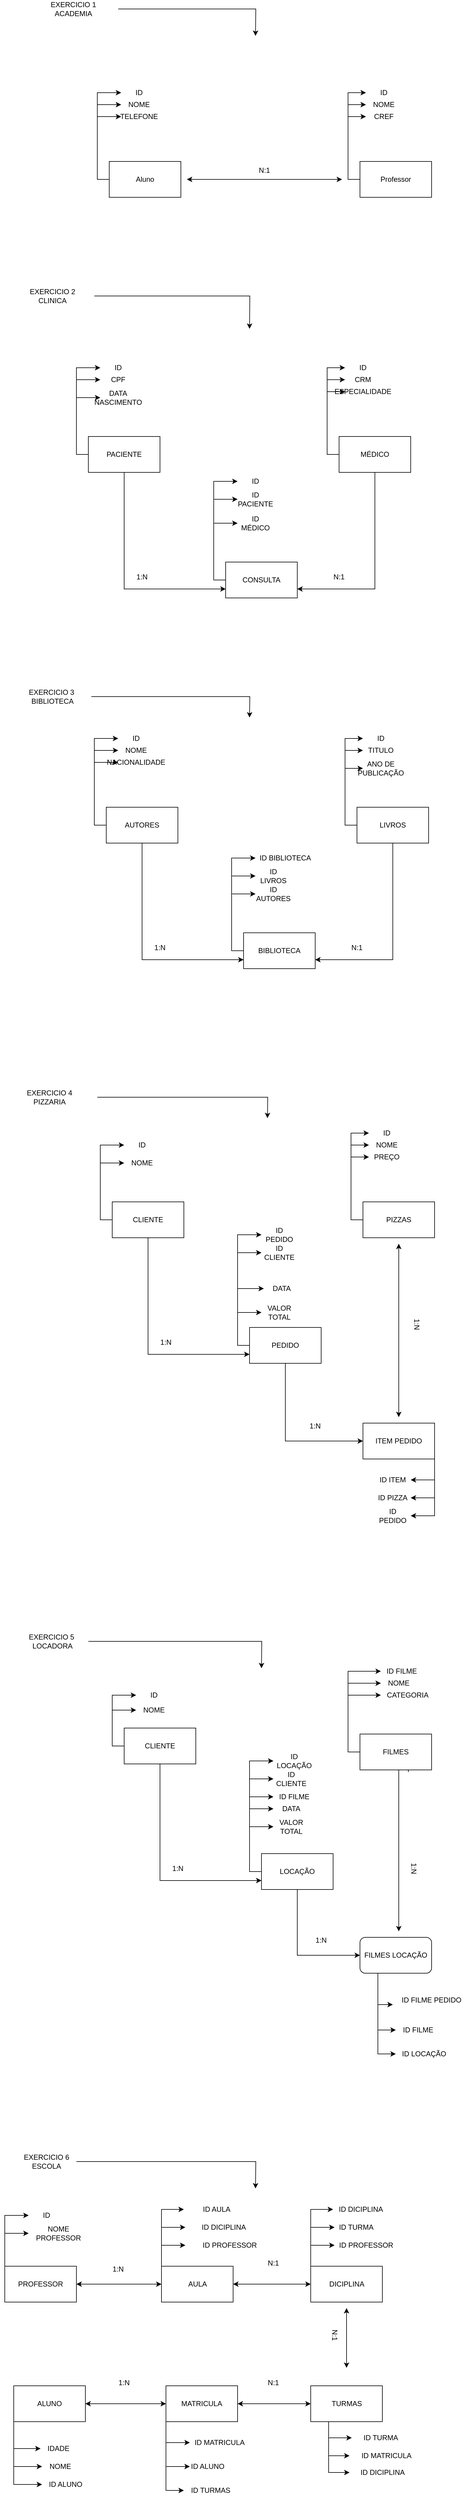
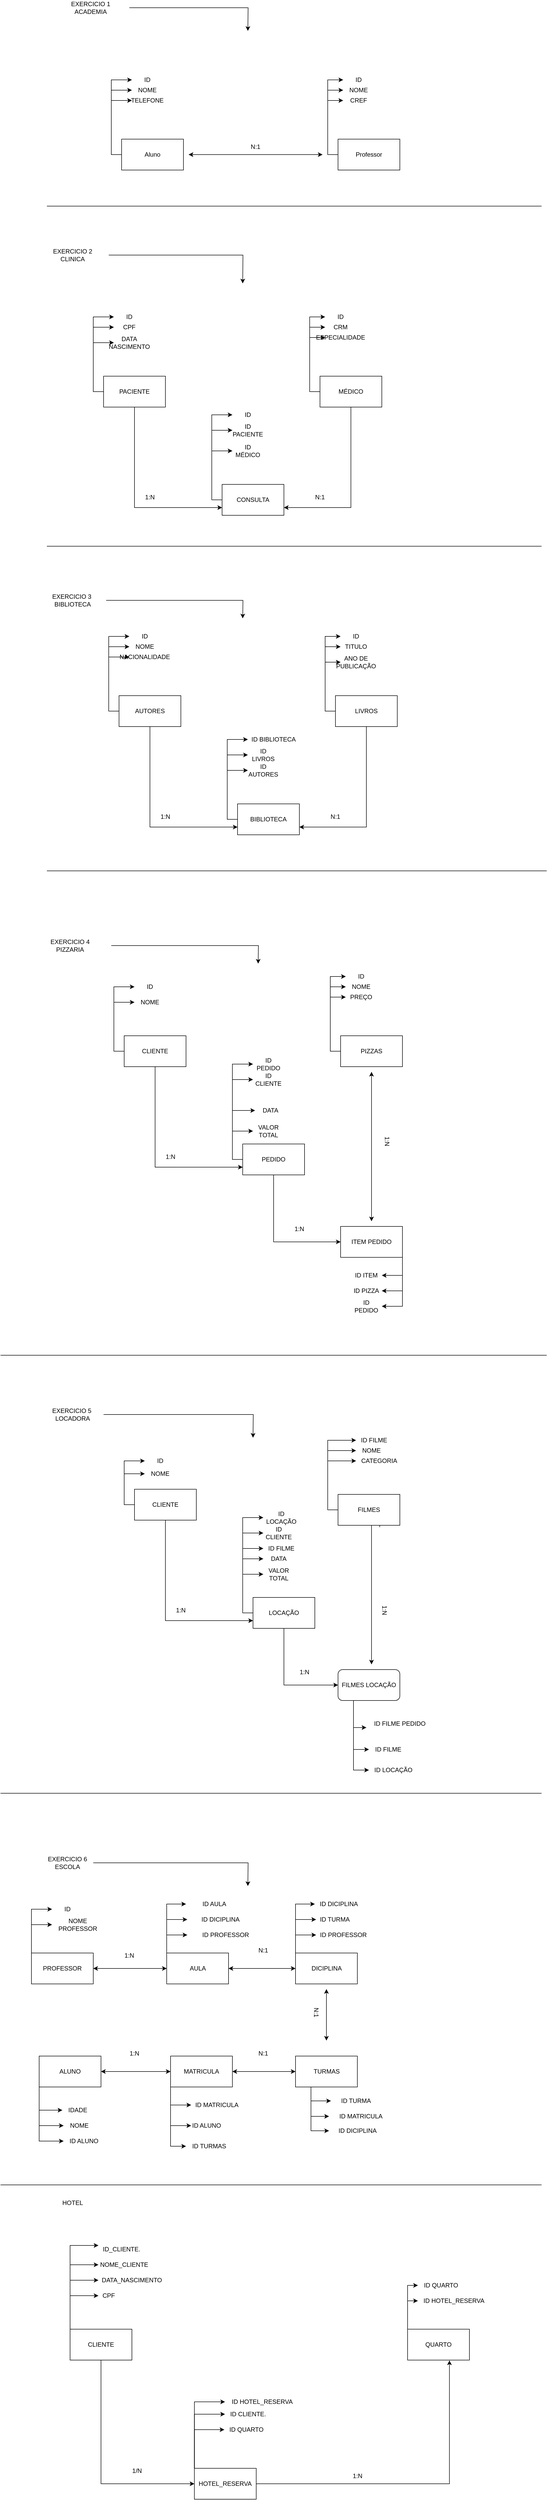
<mxfile host="app.diagrams.net">
  <diagram name="Página-1" id="V5FC2I0eHWL55Vkjvlgh">
    <mxGraphModel dx="1859" dy="556" grid="1" gridSize="10" guides="1" tooltips="1" connect="1" arrows="1" fold="1" page="1" pageScale="1" pageWidth="827" pageHeight="1169" math="0" shadow="0">
      <root>
        <mxCell id="0" />
        <mxCell id="1" parent="0" />
        <mxCell id="sRmJKaKxwRKZ5SvaIRlg-14" edge="1" parent="1" source="sRmJKaKxwRKZ5SvaIRlg-1" style="edgeStyle=orthogonalEdgeStyle;rounded=0;orthogonalLoop=1;jettySize=auto;html=1;entryX=0;entryY=0.5;entryDx=0;entryDy=0;exitX=0;exitY=0.5;exitDx=0;exitDy=0;" target="sRmJKaKxwRKZ5SvaIRlg-11">
          <mxGeometry relative="1" as="geometry" />
        </mxCell>
        <mxCell id="sRmJKaKxwRKZ5SvaIRlg-15" edge="1" parent="1" source="sRmJKaKxwRKZ5SvaIRlg-1" style="edgeStyle=orthogonalEdgeStyle;rounded=0;orthogonalLoop=1;jettySize=auto;html=1;entryX=0;entryY=0.5;entryDx=0;entryDy=0;exitX=0;exitY=0.5;exitDx=0;exitDy=0;" target="sRmJKaKxwRKZ5SvaIRlg-12">
          <mxGeometry relative="1" as="geometry" />
        </mxCell>
        <mxCell id="sRmJKaKxwRKZ5SvaIRlg-16" edge="1" parent="1" source="sRmJKaKxwRKZ5SvaIRlg-1" style="edgeStyle=orthogonalEdgeStyle;rounded=0;orthogonalLoop=1;jettySize=auto;html=1;entryX=0;entryY=0.5;entryDx=0;entryDy=0;exitX=0;exitY=0.5;exitDx=0;exitDy=0;" target="sRmJKaKxwRKZ5SvaIRlg-13">
          <mxGeometry relative="1" as="geometry" />
        </mxCell>
        <mxCell id="sRmJKaKxwRKZ5SvaIRlg-1" parent="1" style="rounded=0;whiteSpace=wrap;html=1;" value="Aluno" vertex="1">
          <mxGeometry height="60" width="120" x="175" y="300" as="geometry" />
        </mxCell>
        <mxCell id="sRmJKaKxwRKZ5SvaIRlg-8" edge="1" parent="1" source="sRmJKaKxwRKZ5SvaIRlg-2" style="edgeStyle=orthogonalEdgeStyle;rounded=0;orthogonalLoop=1;jettySize=auto;html=1;entryX=0;entryY=0.5;entryDx=0;entryDy=0;exitX=0;exitY=0.5;exitDx=0;exitDy=0;" target="sRmJKaKxwRKZ5SvaIRlg-4">
          <mxGeometry relative="1" as="geometry" />
        </mxCell>
        <mxCell id="sRmJKaKxwRKZ5SvaIRlg-9" edge="1" parent="1" source="sRmJKaKxwRKZ5SvaIRlg-2" style="edgeStyle=orthogonalEdgeStyle;rounded=0;orthogonalLoop=1;jettySize=auto;html=1;entryX=0;entryY=0.5;entryDx=0;entryDy=0;exitX=0;exitY=0.5;exitDx=0;exitDy=0;" target="sRmJKaKxwRKZ5SvaIRlg-5">
          <mxGeometry relative="1" as="geometry" />
        </mxCell>
        <mxCell id="sRmJKaKxwRKZ5SvaIRlg-10" edge="1" parent="1" source="sRmJKaKxwRKZ5SvaIRlg-2" style="edgeStyle=orthogonalEdgeStyle;rounded=0;orthogonalLoop=1;jettySize=auto;html=1;entryX=0;entryY=0.5;entryDx=0;entryDy=0;exitX=0;exitY=0.5;exitDx=0;exitDy=0;" target="sRmJKaKxwRKZ5SvaIRlg-6">
          <mxGeometry relative="1" as="geometry" />
        </mxCell>
        <mxCell id="sRmJKaKxwRKZ5SvaIRlg-2" parent="1" style="rounded=0;whiteSpace=wrap;html=1;" value="Professor" vertex="1">
          <mxGeometry height="60" width="120" x="595" y="300" as="geometry" />
        </mxCell>
        <mxCell id="sRmJKaKxwRKZ5SvaIRlg-4" parent="1" style="text;html=1;whiteSpace=wrap;strokeColor=none;fillColor=none;align=center;verticalAlign=middle;rounded=0;" value="ID" vertex="1">
          <mxGeometry height="30" width="60" x="605" y="170" as="geometry" />
        </mxCell>
        <mxCell id="sRmJKaKxwRKZ5SvaIRlg-5" parent="1" style="text;html=1;whiteSpace=wrap;strokeColor=none;fillColor=none;align=center;verticalAlign=middle;rounded=0;" value="NOME" vertex="1">
          <mxGeometry height="30" width="60" x="605" y="190" as="geometry" />
        </mxCell>
        <mxCell id="sRmJKaKxwRKZ5SvaIRlg-6" parent="1" style="text;html=1;whiteSpace=wrap;strokeColor=none;fillColor=none;align=center;verticalAlign=middle;rounded=0;" value="CREF" vertex="1">
          <mxGeometry height="30" width="60" x="605" y="210" as="geometry" />
        </mxCell>
        <mxCell id="sRmJKaKxwRKZ5SvaIRlg-11" parent="1" style="text;html=1;whiteSpace=wrap;strokeColor=none;fillColor=none;align=center;verticalAlign=middle;rounded=0;" value="ID" vertex="1">
          <mxGeometry height="30" width="60" x="195" y="170" as="geometry" />
        </mxCell>
        <mxCell id="sRmJKaKxwRKZ5SvaIRlg-12" parent="1" style="text;html=1;whiteSpace=wrap;strokeColor=none;fillColor=none;align=center;verticalAlign=middle;rounded=0;" value="NOME" vertex="1">
          <mxGeometry height="30" width="60" x="195" y="190" as="geometry" />
        </mxCell>
        <mxCell id="sRmJKaKxwRKZ5SvaIRlg-13" parent="1" style="text;html=1;whiteSpace=wrap;strokeColor=none;fillColor=none;align=center;verticalAlign=middle;rounded=0;" value="TELEFONE" vertex="1">
          <mxGeometry height="30" width="60" x="195" y="210" as="geometry" />
        </mxCell>
        <mxCell id="sRmJKaKxwRKZ5SvaIRlg-47" edge="1" parent="1" source="sRmJKaKxwRKZ5SvaIRlg-51" style="edgeStyle=orthogonalEdgeStyle;rounded=0;orthogonalLoop=1;jettySize=auto;html=1;entryX=0;entryY=0.5;entryDx=0;entryDy=0;exitX=0;exitY=0.5;exitDx=0;exitDy=0;" target="sRmJKaKxwRKZ5SvaIRlg-60">
          <mxGeometry relative="1" as="geometry" />
        </mxCell>
        <mxCell id="sRmJKaKxwRKZ5SvaIRlg-48" edge="1" parent="1" source="sRmJKaKxwRKZ5SvaIRlg-51" style="edgeStyle=orthogonalEdgeStyle;rounded=0;orthogonalLoop=1;jettySize=auto;html=1;entryX=0;entryY=0.5;entryDx=0;entryDy=0;exitX=0;exitY=0.5;exitDx=0;exitDy=0;" target="sRmJKaKxwRKZ5SvaIRlg-61">
          <mxGeometry relative="1" as="geometry" />
        </mxCell>
        <mxCell id="sRmJKaKxwRKZ5SvaIRlg-49" edge="1" parent="1" source="sRmJKaKxwRKZ5SvaIRlg-51" style="edgeStyle=orthogonalEdgeStyle;rounded=0;orthogonalLoop=1;jettySize=auto;html=1;entryX=0;entryY=0.5;entryDx=0;entryDy=0;exitX=0;exitY=0.5;exitDx=0;exitDy=0;" target="sRmJKaKxwRKZ5SvaIRlg-62">
          <mxGeometry relative="1" as="geometry" />
        </mxCell>
        <mxCell id="sRmJKaKxwRKZ5SvaIRlg-50" edge="1" parent="1" source="sRmJKaKxwRKZ5SvaIRlg-51" style="edgeStyle=orthogonalEdgeStyle;rounded=0;orthogonalLoop=1;jettySize=auto;html=1;entryX=0;entryY=0.75;entryDx=0;entryDy=0;exitX=0.5;exitY=1;exitDx=0;exitDy=0;" target="sRmJKaKxwRKZ5SvaIRlg-66">
          <mxGeometry relative="1" as="geometry" />
        </mxCell>
        <mxCell id="sRmJKaKxwRKZ5SvaIRlg-51" parent="1" style="rounded=0;whiteSpace=wrap;html=1;" value="PACIENTE" vertex="1">
          <mxGeometry height="60" width="120" x="140" y="760" as="geometry" />
        </mxCell>
        <mxCell id="sRmJKaKxwRKZ5SvaIRlg-52" edge="1" parent="1" source="sRmJKaKxwRKZ5SvaIRlg-56" style="edgeStyle=orthogonalEdgeStyle;rounded=0;orthogonalLoop=1;jettySize=auto;html=1;entryX=0;entryY=0.5;entryDx=0;entryDy=0;exitX=0;exitY=0.5;exitDx=0;exitDy=0;" target="sRmJKaKxwRKZ5SvaIRlg-57">
          <mxGeometry relative="1" as="geometry" />
        </mxCell>
        <mxCell id="sRmJKaKxwRKZ5SvaIRlg-53" edge="1" parent="1" source="sRmJKaKxwRKZ5SvaIRlg-56" style="edgeStyle=orthogonalEdgeStyle;rounded=0;orthogonalLoop=1;jettySize=auto;html=1;entryX=0;entryY=0.5;entryDx=0;entryDy=0;exitX=0;exitY=0.5;exitDx=0;exitDy=0;" target="sRmJKaKxwRKZ5SvaIRlg-58">
          <mxGeometry relative="1" as="geometry" />
        </mxCell>
        <mxCell id="sRmJKaKxwRKZ5SvaIRlg-54" edge="1" parent="1" source="sRmJKaKxwRKZ5SvaIRlg-56" style="edgeStyle=orthogonalEdgeStyle;rounded=0;orthogonalLoop=1;jettySize=auto;html=1;entryX=0;entryY=0.5;entryDx=0;entryDy=0;exitX=0;exitY=0.5;exitDx=0;exitDy=0;" target="sRmJKaKxwRKZ5SvaIRlg-59">
          <mxGeometry relative="1" as="geometry" />
        </mxCell>
        <mxCell id="sRmJKaKxwRKZ5SvaIRlg-55" edge="1" parent="1" source="sRmJKaKxwRKZ5SvaIRlg-56" style="edgeStyle=orthogonalEdgeStyle;rounded=0;orthogonalLoop=1;jettySize=auto;html=1;entryX=1;entryY=0.75;entryDx=0;entryDy=0;exitX=0.5;exitY=1;exitDx=0;exitDy=0;" target="sRmJKaKxwRKZ5SvaIRlg-66">
          <mxGeometry relative="1" as="geometry" />
        </mxCell>
        <mxCell id="sRmJKaKxwRKZ5SvaIRlg-56" parent="1" style="rounded=0;whiteSpace=wrap;html=1;" value="MÉDICO" vertex="1">
          <mxGeometry height="60" width="120" x="560" y="760" as="geometry" />
        </mxCell>
        <mxCell id="sRmJKaKxwRKZ5SvaIRlg-57" parent="1" style="text;html=1;whiteSpace=wrap;strokeColor=none;fillColor=none;align=center;verticalAlign=middle;rounded=0;" value="ID" vertex="1">
          <mxGeometry height="30" width="60" x="570" y="630" as="geometry" />
        </mxCell>
        <mxCell id="sRmJKaKxwRKZ5SvaIRlg-58" parent="1" style="text;html=1;whiteSpace=wrap;strokeColor=none;fillColor=none;align=center;verticalAlign=middle;rounded=0;" value="CRM" vertex="1">
          <mxGeometry height="30" width="60" x="570" y="650" as="geometry" />
        </mxCell>
        <mxCell id="sRmJKaKxwRKZ5SvaIRlg-59" parent="1" style="text;html=1;whiteSpace=wrap;strokeColor=none;fillColor=none;align=center;verticalAlign=middle;rounded=0;" value="ESPECIALIDADE" vertex="1">
          <mxGeometry height="30" width="60" x="570" y="670" as="geometry" />
        </mxCell>
        <mxCell id="sRmJKaKxwRKZ5SvaIRlg-60" parent="1" style="text;html=1;whiteSpace=wrap;strokeColor=none;fillColor=none;align=center;verticalAlign=middle;rounded=0;" value="ID" vertex="1">
          <mxGeometry height="30" width="60" x="160" y="630" as="geometry" />
        </mxCell>
        <mxCell id="sRmJKaKxwRKZ5SvaIRlg-61" parent="1" style="text;html=1;whiteSpace=wrap;strokeColor=none;fillColor=none;align=center;verticalAlign=middle;rounded=0;" value="CPF" vertex="1">
          <mxGeometry height="30" width="60" x="160" y="650" as="geometry" />
        </mxCell>
        <mxCell id="sRmJKaKxwRKZ5SvaIRlg-62" parent="1" style="text;html=1;whiteSpace=wrap;strokeColor=none;fillColor=none;align=center;verticalAlign=middle;rounded=0;" value="DATA NASCIMENTO" vertex="1">
          <mxGeometry height="30" width="60" x="160" y="680" as="geometry" />
        </mxCell>
        <mxCell id="sRmJKaKxwRKZ5SvaIRlg-63" edge="1" parent="1" source="sRmJKaKxwRKZ5SvaIRlg-66" style="edgeStyle=orthogonalEdgeStyle;rounded=0;orthogonalLoop=1;jettySize=auto;html=1;entryX=0;entryY=0.5;entryDx=0;entryDy=0;exitX=0;exitY=0.5;exitDx=0;exitDy=0;" target="sRmJKaKxwRKZ5SvaIRlg-67">
          <mxGeometry relative="1" as="geometry" />
        </mxCell>
        <mxCell id="sRmJKaKxwRKZ5SvaIRlg-64" edge="1" parent="1" source="sRmJKaKxwRKZ5SvaIRlg-66" style="edgeStyle=orthogonalEdgeStyle;rounded=0;orthogonalLoop=1;jettySize=auto;html=1;entryX=0;entryY=0.5;entryDx=0;entryDy=0;exitX=0;exitY=0.5;exitDx=0;exitDy=0;" target="sRmJKaKxwRKZ5SvaIRlg-68">
          <mxGeometry relative="1" as="geometry" />
        </mxCell>
        <mxCell id="sRmJKaKxwRKZ5SvaIRlg-65" edge="1" parent="1" source="sRmJKaKxwRKZ5SvaIRlg-66" style="edgeStyle=orthogonalEdgeStyle;rounded=0;orthogonalLoop=1;jettySize=auto;html=1;entryX=0;entryY=0.5;entryDx=0;entryDy=0;exitX=0;exitY=0.5;exitDx=0;exitDy=0;" target="sRmJKaKxwRKZ5SvaIRlg-69">
          <mxGeometry relative="1" as="geometry" />
        </mxCell>
        <mxCell id="sRmJKaKxwRKZ5SvaIRlg-66" parent="1" style="rounded=0;whiteSpace=wrap;html=1;" value="CONSULTA" vertex="1">
          <mxGeometry height="60" width="120" x="370" y="970" as="geometry" />
        </mxCell>
        <mxCell id="sRmJKaKxwRKZ5SvaIRlg-67" parent="1" style="text;html=1;whiteSpace=wrap;strokeColor=none;fillColor=none;align=center;verticalAlign=middle;rounded=0;" value="ID" vertex="1">
          <mxGeometry height="30" width="60" x="390" y="820" as="geometry" />
        </mxCell>
        <mxCell id="sRmJKaKxwRKZ5SvaIRlg-68" parent="1" style="text;html=1;whiteSpace=wrap;strokeColor=none;fillColor=none;align=center;verticalAlign=middle;rounded=0;" value="ID PACIENTE" vertex="1">
          <mxGeometry height="30" width="60" x="390" y="850" as="geometry" />
        </mxCell>
        <mxCell id="sRmJKaKxwRKZ5SvaIRlg-69" parent="1" style="text;html=1;whiteSpace=wrap;strokeColor=none;fillColor=none;align=center;verticalAlign=middle;rounded=0;" value="ID MÉDICO" vertex="1">
          <mxGeometry height="30" width="60" x="390" y="890" as="geometry" />
        </mxCell>
        <mxCell id="sRmJKaKxwRKZ5SvaIRlg-70" parent="1" style="text;html=1;whiteSpace=wrap;strokeColor=none;fillColor=none;align=center;verticalAlign=middle;rounded=0;" value="1:N" vertex="1">
          <mxGeometry height="30" width="60" x="200" y="980" as="geometry" />
        </mxCell>
        <mxCell id="sRmJKaKxwRKZ5SvaIRlg-71" parent="1" style="text;html=1;whiteSpace=wrap;strokeColor=none;fillColor=none;align=center;verticalAlign=middle;rounded=0;" value="N:1" vertex="1">
          <mxGeometry height="30" width="60" x="530" y="980" as="geometry" />
        </mxCell>
        <mxCell id="sRmJKaKxwRKZ5SvaIRlg-75" edge="1" parent="1" source="sRmJKaKxwRKZ5SvaIRlg-79" style="edgeStyle=orthogonalEdgeStyle;rounded=0;orthogonalLoop=1;jettySize=auto;html=1;entryX=0;entryY=0.5;entryDx=0;entryDy=0;exitX=0;exitY=0.5;exitDx=0;exitDy=0;" target="sRmJKaKxwRKZ5SvaIRlg-88">
          <mxGeometry relative="1" as="geometry" />
        </mxCell>
        <mxCell id="sRmJKaKxwRKZ5SvaIRlg-76" edge="1" parent="1" source="sRmJKaKxwRKZ5SvaIRlg-79" style="edgeStyle=orthogonalEdgeStyle;rounded=0;orthogonalLoop=1;jettySize=auto;html=1;entryX=0;entryY=0.5;entryDx=0;entryDy=0;exitX=0;exitY=0.5;exitDx=0;exitDy=0;" target="sRmJKaKxwRKZ5SvaIRlg-89">
          <mxGeometry relative="1" as="geometry" />
        </mxCell>
        <mxCell id="sRmJKaKxwRKZ5SvaIRlg-77" edge="1" parent="1" source="sRmJKaKxwRKZ5SvaIRlg-79" style="edgeStyle=orthogonalEdgeStyle;rounded=0;orthogonalLoop=1;jettySize=auto;html=1;entryX=0;entryY=0.5;entryDx=0;entryDy=0;exitX=0;exitY=0.5;exitDx=0;exitDy=0;" target="sRmJKaKxwRKZ5SvaIRlg-90">
          <mxGeometry relative="1" as="geometry" />
        </mxCell>
        <mxCell id="sRmJKaKxwRKZ5SvaIRlg-78" edge="1" parent="1" source="sRmJKaKxwRKZ5SvaIRlg-79" style="edgeStyle=orthogonalEdgeStyle;rounded=0;orthogonalLoop=1;jettySize=auto;html=1;entryX=0;entryY=0.75;entryDx=0;entryDy=0;exitX=0.5;exitY=1;exitDx=0;exitDy=0;" target="sRmJKaKxwRKZ5SvaIRlg-94">
          <mxGeometry relative="1" as="geometry" />
        </mxCell>
        <mxCell id="sRmJKaKxwRKZ5SvaIRlg-79" parent="1" style="rounded=0;whiteSpace=wrap;html=1;" value="AUTORES" vertex="1">
          <mxGeometry height="60" width="120" x="170" y="1380" as="geometry" />
        </mxCell>
        <mxCell id="sRmJKaKxwRKZ5SvaIRlg-80" edge="1" parent="1" source="sRmJKaKxwRKZ5SvaIRlg-84" style="edgeStyle=orthogonalEdgeStyle;rounded=0;orthogonalLoop=1;jettySize=auto;html=1;entryX=0;entryY=0.5;entryDx=0;entryDy=0;exitX=0;exitY=0.5;exitDx=0;exitDy=0;" target="sRmJKaKxwRKZ5SvaIRlg-85">
          <mxGeometry relative="1" as="geometry" />
        </mxCell>
        <mxCell id="sRmJKaKxwRKZ5SvaIRlg-81" edge="1" parent="1" source="sRmJKaKxwRKZ5SvaIRlg-84" style="edgeStyle=orthogonalEdgeStyle;rounded=0;orthogonalLoop=1;jettySize=auto;html=1;entryX=0;entryY=0.5;entryDx=0;entryDy=0;exitX=0;exitY=0.5;exitDx=0;exitDy=0;" target="sRmJKaKxwRKZ5SvaIRlg-86">
          <mxGeometry relative="1" as="geometry" />
        </mxCell>
        <mxCell id="sRmJKaKxwRKZ5SvaIRlg-82" edge="1" parent="1" source="sRmJKaKxwRKZ5SvaIRlg-84" style="edgeStyle=orthogonalEdgeStyle;rounded=0;orthogonalLoop=1;jettySize=auto;html=1;entryX=0;entryY=0.5;entryDx=0;entryDy=0;exitX=0;exitY=0.5;exitDx=0;exitDy=0;" target="sRmJKaKxwRKZ5SvaIRlg-87">
          <mxGeometry relative="1" as="geometry" />
        </mxCell>
        <mxCell id="sRmJKaKxwRKZ5SvaIRlg-83" edge="1" parent="1" source="sRmJKaKxwRKZ5SvaIRlg-84" style="edgeStyle=orthogonalEdgeStyle;rounded=0;orthogonalLoop=1;jettySize=auto;html=1;entryX=1;entryY=0.75;entryDx=0;entryDy=0;exitX=0.5;exitY=1;exitDx=0;exitDy=0;" target="sRmJKaKxwRKZ5SvaIRlg-94">
          <mxGeometry relative="1" as="geometry" />
        </mxCell>
        <mxCell id="sRmJKaKxwRKZ5SvaIRlg-84" parent="1" style="rounded=0;whiteSpace=wrap;html=1;" value="LIVROS" vertex="1">
          <mxGeometry height="60" width="120" x="590" y="1380" as="geometry" />
        </mxCell>
        <mxCell id="sRmJKaKxwRKZ5SvaIRlg-85" parent="1" style="text;html=1;whiteSpace=wrap;strokeColor=none;fillColor=none;align=center;verticalAlign=middle;rounded=0;" value="ID" vertex="1">
          <mxGeometry height="30" width="60" x="600" y="1250" as="geometry" />
        </mxCell>
        <mxCell id="sRmJKaKxwRKZ5SvaIRlg-86" parent="1" style="text;html=1;whiteSpace=wrap;strokeColor=none;fillColor=none;align=center;verticalAlign=middle;rounded=0;" value="TITULO" vertex="1">
          <mxGeometry height="30" width="60" x="600" y="1270" as="geometry" />
        </mxCell>
        <mxCell id="sRmJKaKxwRKZ5SvaIRlg-87" parent="1" style="text;html=1;whiteSpace=wrap;strokeColor=none;fillColor=none;align=center;verticalAlign=middle;rounded=0;" value="ANO DE PUBLICAÇÃO" vertex="1">
          <mxGeometry height="30" width="60" x="600" y="1300" as="geometry" />
        </mxCell>
        <mxCell id="sRmJKaKxwRKZ5SvaIRlg-88" parent="1" style="text;html=1;whiteSpace=wrap;strokeColor=none;fillColor=none;align=center;verticalAlign=middle;rounded=0;" value="ID" vertex="1">
          <mxGeometry height="30" width="60" x="190" y="1250" as="geometry" />
        </mxCell>
        <mxCell id="sRmJKaKxwRKZ5SvaIRlg-89" parent="1" style="text;html=1;whiteSpace=wrap;strokeColor=none;fillColor=none;align=center;verticalAlign=middle;rounded=0;" value="NOME" vertex="1">
          <mxGeometry height="30" width="60" x="190" y="1270" as="geometry" />
        </mxCell>
        <mxCell id="sRmJKaKxwRKZ5SvaIRlg-90" parent="1" style="text;html=1;whiteSpace=wrap;strokeColor=none;fillColor=none;align=center;verticalAlign=middle;rounded=0;" value="NACIONALIDADE" vertex="1">
          <mxGeometry height="30" width="60" x="190" y="1290" as="geometry" />
        </mxCell>
        <mxCell id="sRmJKaKxwRKZ5SvaIRlg-91" edge="1" parent="1" source="sRmJKaKxwRKZ5SvaIRlg-94" style="edgeStyle=orthogonalEdgeStyle;rounded=0;orthogonalLoop=1;jettySize=auto;html=1;entryX=0;entryY=0.5;entryDx=0;entryDy=0;exitX=0;exitY=0.5;exitDx=0;exitDy=0;" target="sRmJKaKxwRKZ5SvaIRlg-95">
          <mxGeometry relative="1" as="geometry" />
        </mxCell>
        <mxCell id="sRmJKaKxwRKZ5SvaIRlg-92" edge="1" parent="1" source="sRmJKaKxwRKZ5SvaIRlg-94" style="edgeStyle=orthogonalEdgeStyle;rounded=0;orthogonalLoop=1;jettySize=auto;html=1;entryX=0;entryY=0.5;entryDx=0;entryDy=0;exitX=0;exitY=0.5;exitDx=0;exitDy=0;" target="sRmJKaKxwRKZ5SvaIRlg-96">
          <mxGeometry relative="1" as="geometry" />
        </mxCell>
        <mxCell id="sRmJKaKxwRKZ5SvaIRlg-93" edge="1" parent="1" source="sRmJKaKxwRKZ5SvaIRlg-94" style="edgeStyle=orthogonalEdgeStyle;rounded=0;orthogonalLoop=1;jettySize=auto;html=1;entryX=0;entryY=0.5;entryDx=0;entryDy=0;exitX=0;exitY=0.5;exitDx=0;exitDy=0;" target="sRmJKaKxwRKZ5SvaIRlg-97">
          <mxGeometry relative="1" as="geometry" />
        </mxCell>
        <mxCell id="sRmJKaKxwRKZ5SvaIRlg-94" parent="1" style="rounded=0;whiteSpace=wrap;html=1;" value="BIBLIOTECA" vertex="1">
          <mxGeometry height="60" width="120" x="400" y="1590" as="geometry" />
        </mxCell>
        <mxCell id="sRmJKaKxwRKZ5SvaIRlg-95" parent="1" style="text;html=1;whiteSpace=wrap;strokeColor=none;fillColor=none;align=center;verticalAlign=middle;rounded=0;" value="ID BIBLIOTECA" vertex="1">
          <mxGeometry height="30" width="100" x="420" y="1450" as="geometry" />
        </mxCell>
        <mxCell id="sRmJKaKxwRKZ5SvaIRlg-96" parent="1" style="text;html=1;whiteSpace=wrap;strokeColor=none;fillColor=none;align=center;verticalAlign=middle;rounded=0;" value="ID LIVROS" vertex="1">
          <mxGeometry height="30" width="60" x="420" y="1480" as="geometry" />
        </mxCell>
        <mxCell id="sRmJKaKxwRKZ5SvaIRlg-97" parent="1" style="text;html=1;whiteSpace=wrap;strokeColor=none;fillColor=none;align=center;verticalAlign=middle;rounded=0;" value="ID AUTORES" vertex="1">
          <mxGeometry height="30" width="60" x="420" y="1510" as="geometry" />
        </mxCell>
        <mxCell id="sRmJKaKxwRKZ5SvaIRlg-98" parent="1" style="text;html=1;whiteSpace=wrap;strokeColor=none;fillColor=none;align=center;verticalAlign=middle;rounded=0;" value="1:N" vertex="1">
          <mxGeometry height="30" width="60" x="230" y="1600" as="geometry" />
        </mxCell>
        <mxCell id="sRmJKaKxwRKZ5SvaIRlg-99" parent="1" style="text;html=1;whiteSpace=wrap;strokeColor=none;fillColor=none;align=center;verticalAlign=middle;rounded=0;" value="N:1" vertex="1">
          <mxGeometry height="30" width="60" x="560" y="1600" as="geometry" />
        </mxCell>
        <mxCell id="sRmJKaKxwRKZ5SvaIRlg-100" edge="1" parent="1" source="sRmJKaKxwRKZ5SvaIRlg-104" style="edgeStyle=orthogonalEdgeStyle;rounded=0;orthogonalLoop=1;jettySize=auto;html=1;entryX=0;entryY=0.5;entryDx=0;entryDy=0;exitX=0;exitY=0.5;exitDx=0;exitDy=0;" target="sRmJKaKxwRKZ5SvaIRlg-113">
          <mxGeometry relative="1" as="geometry" />
        </mxCell>
        <mxCell id="sRmJKaKxwRKZ5SvaIRlg-103" edge="1" parent="1" source="sRmJKaKxwRKZ5SvaIRlg-104" style="edgeStyle=orthogonalEdgeStyle;rounded=0;orthogonalLoop=1;jettySize=auto;html=1;entryX=0;entryY=0.75;entryDx=0;entryDy=0;exitX=0.5;exitY=1;exitDx=0;exitDy=0;" target="sRmJKaKxwRKZ5SvaIRlg-119">
          <mxGeometry relative="1" as="geometry" />
        </mxCell>
        <mxCell id="fS4tGfcaEOzmnSixrjnE-86" edge="1" parent="1" source="sRmJKaKxwRKZ5SvaIRlg-104" style="edgeStyle=orthogonalEdgeStyle;rounded=0;orthogonalLoop=1;jettySize=auto;html=1;exitX=0;exitY=0.5;exitDx=0;exitDy=0;entryX=0;entryY=0.5;entryDx=0;entryDy=0;" target="fS4tGfcaEOzmnSixrjnE-84">
          <mxGeometry relative="1" as="geometry" />
        </mxCell>
        <mxCell id="sRmJKaKxwRKZ5SvaIRlg-104" parent="1" style="rounded=0;whiteSpace=wrap;html=1;" value="CLIENTE" vertex="1">
          <mxGeometry height="60" width="120" x="180" y="2040" as="geometry" />
        </mxCell>
        <mxCell id="sRmJKaKxwRKZ5SvaIRlg-105" edge="1" parent="1" source="sRmJKaKxwRKZ5SvaIRlg-109" style="edgeStyle=orthogonalEdgeStyle;rounded=0;orthogonalLoop=1;jettySize=auto;html=1;entryX=0;entryY=0.5;entryDx=0;entryDy=0;exitX=0;exitY=0.5;exitDx=0;exitDy=0;" target="sRmJKaKxwRKZ5SvaIRlg-110">
          <mxGeometry relative="1" as="geometry" />
        </mxCell>
        <mxCell id="sRmJKaKxwRKZ5SvaIRlg-106" edge="1" parent="1" source="sRmJKaKxwRKZ5SvaIRlg-109" style="edgeStyle=orthogonalEdgeStyle;rounded=0;orthogonalLoop=1;jettySize=auto;html=1;entryX=0;entryY=0.5;entryDx=0;entryDy=0;exitX=0;exitY=0.5;exitDx=0;exitDy=0;" target="sRmJKaKxwRKZ5SvaIRlg-111">
          <mxGeometry relative="1" as="geometry" />
        </mxCell>
        <mxCell id="sRmJKaKxwRKZ5SvaIRlg-107" edge="1" parent="1" source="sRmJKaKxwRKZ5SvaIRlg-109" style="edgeStyle=orthogonalEdgeStyle;rounded=0;orthogonalLoop=1;jettySize=auto;html=1;entryX=0;entryY=0.5;entryDx=0;entryDy=0;exitX=0;exitY=0.5;exitDx=0;exitDy=0;" target="sRmJKaKxwRKZ5SvaIRlg-112">
          <mxGeometry relative="1" as="geometry" />
        </mxCell>
        <mxCell id="sRmJKaKxwRKZ5SvaIRlg-109" parent="1" style="rounded=0;whiteSpace=wrap;html=1;" value="PIZZAS" vertex="1">
          <mxGeometry height="60" width="120" x="600" y="2040" as="geometry" />
        </mxCell>
        <mxCell id="sRmJKaKxwRKZ5SvaIRlg-110" parent="1" style="text;html=1;whiteSpace=wrap;strokeColor=none;fillColor=none;align=center;verticalAlign=middle;rounded=0;" value="ID" vertex="1">
          <mxGeometry height="30" width="60" x="610" y="1910" as="geometry" />
        </mxCell>
        <mxCell id="sRmJKaKxwRKZ5SvaIRlg-111" parent="1" style="text;html=1;whiteSpace=wrap;strokeColor=none;fillColor=none;align=center;verticalAlign=middle;rounded=0;" value="NOME" vertex="1">
          <mxGeometry height="30" width="60" x="610" y="1930" as="geometry" />
        </mxCell>
        <mxCell id="sRmJKaKxwRKZ5SvaIRlg-112" parent="1" style="text;html=1;whiteSpace=wrap;strokeColor=none;fillColor=none;align=center;verticalAlign=middle;rounded=0;" value="PREÇO" vertex="1">
          <mxGeometry height="30" width="60" x="610" y="1950" as="geometry" />
        </mxCell>
        <mxCell id="sRmJKaKxwRKZ5SvaIRlg-113" parent="1" style="text;html=1;whiteSpace=wrap;strokeColor=none;fillColor=none;align=center;verticalAlign=middle;rounded=0;" value="ID" vertex="1">
          <mxGeometry height="30" width="60" x="200" y="1930" as="geometry" />
        </mxCell>
        <mxCell id="sRmJKaKxwRKZ5SvaIRlg-116" edge="1" parent="1" source="sRmJKaKxwRKZ5SvaIRlg-119" style="edgeStyle=orthogonalEdgeStyle;rounded=0;orthogonalLoop=1;jettySize=auto;html=1;entryX=0;entryY=0.5;entryDx=0;entryDy=0;exitX=0;exitY=0.5;exitDx=0;exitDy=0;" target="sRmJKaKxwRKZ5SvaIRlg-120">
          <mxGeometry relative="1" as="geometry" />
        </mxCell>
        <mxCell id="sRmJKaKxwRKZ5SvaIRlg-117" edge="1" parent="1" source="sRmJKaKxwRKZ5SvaIRlg-119" style="edgeStyle=orthogonalEdgeStyle;rounded=0;orthogonalLoop=1;jettySize=auto;html=1;entryX=0;entryY=0.5;entryDx=0;entryDy=0;exitX=0;exitY=0.5;exitDx=0;exitDy=0;" target="sRmJKaKxwRKZ5SvaIRlg-121">
          <mxGeometry relative="1" as="geometry" />
        </mxCell>
        <mxCell id="sRmJKaKxwRKZ5SvaIRlg-128" edge="1" parent="1" source="sRmJKaKxwRKZ5SvaIRlg-119" style="edgeStyle=orthogonalEdgeStyle;rounded=0;orthogonalLoop=1;jettySize=auto;html=1;entryX=0;entryY=0.5;entryDx=0;entryDy=0;exitX=0;exitY=0.5;exitDx=0;exitDy=0;" target="sRmJKaKxwRKZ5SvaIRlg-126">
          <mxGeometry relative="1" as="geometry" />
        </mxCell>
        <mxCell id="sRmJKaKxwRKZ5SvaIRlg-129" edge="1" parent="1" source="sRmJKaKxwRKZ5SvaIRlg-119" style="edgeStyle=orthogonalEdgeStyle;rounded=0;orthogonalLoop=1;jettySize=auto;html=1;entryX=0;entryY=0.5;entryDx=0;entryDy=0;exitX=0;exitY=0.5;exitDx=0;exitDy=0;" target="sRmJKaKxwRKZ5SvaIRlg-127">
          <mxGeometry relative="1" as="geometry" />
        </mxCell>
        <mxCell id="fS4tGfcaEOzmnSixrjnE-71" edge="1" parent="1" source="sRmJKaKxwRKZ5SvaIRlg-119" style="edgeStyle=orthogonalEdgeStyle;rounded=0;orthogonalLoop=1;jettySize=auto;html=1;exitX=0.5;exitY=1;exitDx=0;exitDy=0;entryX=0;entryY=0.5;entryDx=0;entryDy=0;" target="fS4tGfcaEOzmnSixrjnE-70">
          <mxGeometry relative="1" as="geometry" />
        </mxCell>
        <mxCell id="sRmJKaKxwRKZ5SvaIRlg-119" parent="1" style="rounded=0;whiteSpace=wrap;html=1;" value="PEDIDO" vertex="1">
          <mxGeometry height="60" width="120" x="410" y="2250" as="geometry" />
        </mxCell>
        <mxCell id="sRmJKaKxwRKZ5SvaIRlg-120" parent="1" style="text;html=1;whiteSpace=wrap;strokeColor=none;fillColor=none;align=center;verticalAlign=middle;rounded=0;" value="ID PEDIDO" vertex="1">
          <mxGeometry height="30" width="60" x="430" y="2080" as="geometry" />
        </mxCell>
        <mxCell id="sRmJKaKxwRKZ5SvaIRlg-121" parent="1" style="text;html=1;whiteSpace=wrap;strokeColor=none;fillColor=none;align=center;verticalAlign=middle;rounded=0;" value="ID CLIENTE" vertex="1">
          <mxGeometry height="30" width="60" x="430" y="2110" as="geometry" />
        </mxCell>
        <mxCell id="sRmJKaKxwRKZ5SvaIRlg-123" parent="1" style="text;html=1;whiteSpace=wrap;strokeColor=none;fillColor=none;align=center;verticalAlign=middle;rounded=0;" value="1:N" vertex="1">
          <mxGeometry height="30" width="60" x="240" y="2260" as="geometry" />
        </mxCell>
        <mxCell id="sRmJKaKxwRKZ5SvaIRlg-126" parent="1" style="text;html=1;whiteSpace=wrap;strokeColor=none;fillColor=none;align=center;verticalAlign=middle;rounded=0;" value="DATA" vertex="1">
          <mxGeometry height="30" width="60" x="434" y="2170" as="geometry" />
        </mxCell>
        <mxCell id="sRmJKaKxwRKZ5SvaIRlg-127" parent="1" style="text;html=1;whiteSpace=wrap;strokeColor=none;fillColor=none;align=center;verticalAlign=middle;rounded=0;" value="VALOR TOTAL" vertex="1">
          <mxGeometry height="30" width="60" x="430" y="2210" as="geometry" />
        </mxCell>
        <mxCell id="sRmJKaKxwRKZ5SvaIRlg-130" edge="1" parent="1" style="endArrow=classic;startArrow=classic;html=1;rounded=0;" value="">
          <mxGeometry height="50" relative="1" width="50" as="geometry">
            <mxPoint x="305" y="330" as="sourcePoint" />
            <mxPoint x="565" y="330" as="targetPoint" />
          </mxGeometry>
        </mxCell>
        <mxCell id="sRmJKaKxwRKZ5SvaIRlg-131" parent="1" style="text;html=1;whiteSpace=wrap;strokeColor=none;fillColor=none;align=center;verticalAlign=middle;rounded=0;" value="N:1" vertex="1">
          <mxGeometry height="30" width="60" x="405" y="300" as="geometry" />
        </mxCell>
        <mxCell id="fS4tGfcaEOzmnSixrjnE-1" edge="1" parent="1" source="fS4tGfcaEOzmnSixrjnE-3" style="edgeStyle=orthogonalEdgeStyle;rounded=0;orthogonalLoop=1;jettySize=auto;html=1;entryX=0;entryY=0.5;entryDx=0;entryDy=0;exitX=0;exitY=0.5;exitDx=0;exitDy=0;" target="fS4tGfcaEOzmnSixrjnE-11">
          <mxGeometry relative="1" as="geometry" />
        </mxCell>
        <mxCell id="fS4tGfcaEOzmnSixrjnE-2" edge="1" parent="1" source="fS4tGfcaEOzmnSixrjnE-3" style="edgeStyle=orthogonalEdgeStyle;rounded=0;orthogonalLoop=1;jettySize=auto;html=1;entryX=0;entryY=0.75;entryDx=0;entryDy=0;exitX=0.5;exitY=1;exitDx=0;exitDy=0;" target="fS4tGfcaEOzmnSixrjnE-17">
          <mxGeometry relative="1" as="geometry" />
        </mxCell>
        <mxCell id="fS4tGfcaEOzmnSixrjnE-33" edge="1" parent="1" source="fS4tGfcaEOzmnSixrjnE-3" style="edgeStyle=orthogonalEdgeStyle;rounded=0;orthogonalLoop=1;jettySize=auto;html=1;entryX=0;entryY=0.5;entryDx=0;entryDy=0;exitX=0;exitY=0.5;exitDx=0;exitDy=0;" target="fS4tGfcaEOzmnSixrjnE-32">
          <mxGeometry relative="1" as="geometry" />
        </mxCell>
        <mxCell id="fS4tGfcaEOzmnSixrjnE-3" parent="1" style="rounded=0;whiteSpace=wrap;html=1;" value="CLIENTE" vertex="1">
          <mxGeometry height="60" width="120" x="200" y="2920" as="geometry" />
        </mxCell>
        <mxCell id="fS4tGfcaEOzmnSixrjnE-7" edge="1" parent="1" source="fS4tGfcaEOzmnSixrjnE-25" style="edgeStyle=orthogonalEdgeStyle;rounded=0;orthogonalLoop=1;jettySize=auto;html=1;exitX=0.675;exitY=1.061;exitDx=0;exitDy=0;exitPerimeter=0;">
          <mxGeometry relative="1" as="geometry">
            <Array as="points">
              <mxPoint x="676" y="2980" />
              <mxPoint x="660" y="2980" />
              <mxPoint x="660" y="3175" />
            </Array>
            <mxPoint x="680" y="2980" as="sourcePoint" />
            <mxPoint x="660" y="3260" as="targetPoint" />
          </mxGeometry>
        </mxCell>
        <mxCell id="fS4tGfcaEOzmnSixrjnE-8" parent="1" style="text;html=1;whiteSpace=wrap;strokeColor=none;fillColor=none;align=center;verticalAlign=middle;rounded=0;" value="ID ITEM" vertex="1">
          <mxGeometry height="30" width="60" x="620" y="2490" as="geometry" />
        </mxCell>
        <mxCell id="fS4tGfcaEOzmnSixrjnE-9" parent="1" style="text;html=1;whiteSpace=wrap;strokeColor=none;fillColor=none;align=center;verticalAlign=middle;rounded=0;" value="ID FILME" vertex="1">
          <mxGeometry height="30" width="70" x="630" y="2810" as="geometry" />
        </mxCell>
        <mxCell id="fS4tGfcaEOzmnSixrjnE-10" parent="1" style="text;html=1;whiteSpace=wrap;strokeColor=none;fillColor=none;align=center;verticalAlign=middle;rounded=0;" value="NOME" vertex="1">
          <mxGeometry height="30" width="60" x="630" y="2830" as="geometry" />
        </mxCell>
        <mxCell id="fS4tGfcaEOzmnSixrjnE-11" parent="1" style="text;html=1;whiteSpace=wrap;strokeColor=none;fillColor=none;align=center;verticalAlign=middle;rounded=0;" value="ID" vertex="1">
          <mxGeometry height="30" width="60" x="220" y="2850" as="geometry" />
        </mxCell>
        <mxCell id="fS4tGfcaEOzmnSixrjnE-12" edge="1" parent="1" source="fS4tGfcaEOzmnSixrjnE-17" style="edgeStyle=orthogonalEdgeStyle;rounded=0;orthogonalLoop=1;jettySize=auto;html=1;entryX=0;entryY=0.5;entryDx=0;entryDy=0;exitX=0;exitY=0.5;exitDx=0;exitDy=0;" target="fS4tGfcaEOzmnSixrjnE-18">
          <mxGeometry relative="1" as="geometry" />
        </mxCell>
        <mxCell id="fS4tGfcaEOzmnSixrjnE-13" edge="1" parent="1" source="fS4tGfcaEOzmnSixrjnE-17" style="edgeStyle=orthogonalEdgeStyle;rounded=0;orthogonalLoop=1;jettySize=auto;html=1;entryX=0;entryY=0.5;entryDx=0;entryDy=0;exitX=0;exitY=0.5;exitDx=0;exitDy=0;" target="fS4tGfcaEOzmnSixrjnE-19">
          <mxGeometry relative="1" as="geometry" />
        </mxCell>
        <mxCell id="fS4tGfcaEOzmnSixrjnE-14" edge="1" parent="1" source="fS4tGfcaEOzmnSixrjnE-17" style="edgeStyle=orthogonalEdgeStyle;rounded=0;orthogonalLoop=1;jettySize=auto;html=1;entryX=0;entryY=0.5;entryDx=0;entryDy=0;exitX=0;exitY=0.5;exitDx=0;exitDy=0;" target="fS4tGfcaEOzmnSixrjnE-20">
          <mxGeometry relative="1" as="geometry" />
        </mxCell>
        <mxCell id="fS4tGfcaEOzmnSixrjnE-15" edge="1" parent="1" source="fS4tGfcaEOzmnSixrjnE-17" style="edgeStyle=orthogonalEdgeStyle;rounded=0;orthogonalLoop=1;jettySize=auto;html=1;entryX=0;entryY=0.5;entryDx=0;entryDy=0;exitX=0;exitY=0.5;exitDx=0;exitDy=0;" target="fS4tGfcaEOzmnSixrjnE-23">
          <mxGeometry relative="1" as="geometry" />
        </mxCell>
        <mxCell id="fS4tGfcaEOzmnSixrjnE-16" edge="1" parent="1" source="fS4tGfcaEOzmnSixrjnE-17" style="edgeStyle=orthogonalEdgeStyle;rounded=0;orthogonalLoop=1;jettySize=auto;html=1;entryX=0;entryY=0.5;entryDx=0;entryDy=0;exitX=0;exitY=0.5;exitDx=0;exitDy=0;" target="fS4tGfcaEOzmnSixrjnE-24">
          <mxGeometry relative="1" as="geometry" />
        </mxCell>
        <mxCell id="fS4tGfcaEOzmnSixrjnE-90" edge="1" parent="1" source="fS4tGfcaEOzmnSixrjnE-17" style="edgeStyle=orthogonalEdgeStyle;rounded=0;orthogonalLoop=1;jettySize=auto;html=1;exitX=0.5;exitY=1;exitDx=0;exitDy=0;entryX=0;entryY=0.5;entryDx=0;entryDy=0;" target="fS4tGfcaEOzmnSixrjnE-89">
          <mxGeometry relative="1" as="geometry" />
        </mxCell>
        <mxCell id="fS4tGfcaEOzmnSixrjnE-17" parent="1" style="rounded=0;whiteSpace=wrap;html=1;" value="LOCAÇÃO" vertex="1">
          <mxGeometry height="60" width="120" x="430" y="3130" as="geometry" />
        </mxCell>
        <mxCell id="fS4tGfcaEOzmnSixrjnE-18" parent="1" style="text;html=1;whiteSpace=wrap;strokeColor=none;fillColor=none;align=center;verticalAlign=middle;rounded=0;" value="ID LOCAÇÃO" vertex="1">
          <mxGeometry height="30" width="70" x="450" y="2960" as="geometry" />
        </mxCell>
        <mxCell id="fS4tGfcaEOzmnSixrjnE-19" parent="1" style="text;html=1;whiteSpace=wrap;strokeColor=none;fillColor=none;align=center;verticalAlign=middle;rounded=0;" value="ID CLIENTE" vertex="1">
          <mxGeometry height="30" width="60" x="450" y="2990" as="geometry" />
        </mxCell>
        <mxCell id="fS4tGfcaEOzmnSixrjnE-20" parent="1" style="text;html=1;whiteSpace=wrap;strokeColor=none;fillColor=none;align=center;verticalAlign=middle;rounded=0;" value="ID FILME" vertex="1">
          <mxGeometry height="30" width="70" x="450" y="3020" as="geometry" />
        </mxCell>
        <mxCell id="fS4tGfcaEOzmnSixrjnE-21" parent="1" style="text;html=1;whiteSpace=wrap;strokeColor=none;fillColor=none;align=center;verticalAlign=middle;rounded=0;" value="1:N" vertex="1">
          <mxGeometry height="30" width="60" x="260" y="3140" as="geometry" />
        </mxCell>
        <mxCell id="fS4tGfcaEOzmnSixrjnE-22" parent="1" style="text;html=1;whiteSpace=wrap;strokeColor=none;fillColor=none;align=center;verticalAlign=middle;rounded=0;rotation=90;" value="1:N" vertex="1">
          <mxGeometry height="30" width="60" x="655" y="3140" as="geometry" />
        </mxCell>
        <mxCell id="fS4tGfcaEOzmnSixrjnE-23" parent="1" style="text;html=1;whiteSpace=wrap;strokeColor=none;fillColor=none;align=center;verticalAlign=middle;rounded=0;" value="DATA" vertex="1">
          <mxGeometry height="30" width="60" x="450" y="3040" as="geometry" />
        </mxCell>
        <mxCell id="fS4tGfcaEOzmnSixrjnE-24" parent="1" style="text;html=1;whiteSpace=wrap;strokeColor=none;fillColor=none;align=center;verticalAlign=middle;rounded=0;" value="VALOR TOTAL" vertex="1">
          <mxGeometry height="30" width="60" x="450" y="3070" as="geometry" />
        </mxCell>
        <mxCell id="fS4tGfcaEOzmnSixrjnE-28" edge="1" parent="1" source="fS4tGfcaEOzmnSixrjnE-25" style="edgeStyle=orthogonalEdgeStyle;rounded=0;orthogonalLoop=1;jettySize=auto;html=1;entryX=0;entryY=0.5;entryDx=0;entryDy=0;exitX=0;exitY=0.5;exitDx=0;exitDy=0;" target="fS4tGfcaEOzmnSixrjnE-9">
          <mxGeometry relative="1" as="geometry" />
        </mxCell>
        <mxCell id="fS4tGfcaEOzmnSixrjnE-29" edge="1" parent="1" source="fS4tGfcaEOzmnSixrjnE-25" style="edgeStyle=orthogonalEdgeStyle;rounded=0;orthogonalLoop=1;jettySize=auto;html=1;entryX=0;entryY=0.5;entryDx=0;entryDy=0;exitX=0;exitY=0.5;exitDx=0;exitDy=0;" target="fS4tGfcaEOzmnSixrjnE-10">
          <mxGeometry relative="1" as="geometry" />
        </mxCell>
        <mxCell id="fS4tGfcaEOzmnSixrjnE-31" edge="1" parent="1" source="fS4tGfcaEOzmnSixrjnE-25" style="edgeStyle=orthogonalEdgeStyle;rounded=0;orthogonalLoop=1;jettySize=auto;html=1;entryX=0;entryY=0.5;entryDx=0;entryDy=0;exitX=0;exitY=0.5;exitDx=0;exitDy=0;" target="fS4tGfcaEOzmnSixrjnE-26">
          <mxGeometry relative="1" as="geometry" />
        </mxCell>
        <mxCell id="fS4tGfcaEOzmnSixrjnE-25" parent="1" style="rounded=0;whiteSpace=wrap;html=1;" value="FILMES" vertex="1">
          <mxGeometry height="60" width="120" x="595" y="2930" as="geometry" />
        </mxCell>
        <mxCell id="fS4tGfcaEOzmnSixrjnE-26" parent="1" style="text;html=1;whiteSpace=wrap;strokeColor=none;fillColor=none;align=center;verticalAlign=middle;rounded=0;" value="CATEGORIA" vertex="1">
          <mxGeometry height="30" width="90" x="630" y="2850" as="geometry" />
        </mxCell>
        <mxCell id="fS4tGfcaEOzmnSixrjnE-32" parent="1" style="text;html=1;whiteSpace=wrap;strokeColor=none;fillColor=none;align=center;verticalAlign=middle;rounded=0;" value="NOME" vertex="1">
          <mxGeometry height="30" width="60" x="220" y="2875" as="geometry" />
        </mxCell>
        <mxCell id="fS4tGfcaEOzmnSixrjnE-58" edge="1" parent="1" source="fS4tGfcaEOzmnSixrjnE-34" style="edgeStyle=orthogonalEdgeStyle;rounded=0;orthogonalLoop=1;jettySize=auto;html=1;exitX=0;exitY=1;exitDx=0;exitDy=0;entryX=0;entryY=0.5;entryDx=0;entryDy=0;" target="fS4tGfcaEOzmnSixrjnE-56">
          <mxGeometry relative="1" as="geometry" />
        </mxCell>
        <mxCell id="fS4tGfcaEOzmnSixrjnE-59" edge="1" parent="1" source="fS4tGfcaEOzmnSixrjnE-34" style="edgeStyle=orthogonalEdgeStyle;rounded=0;orthogonalLoop=1;jettySize=auto;html=1;exitX=0;exitY=1;exitDx=0;exitDy=0;entryX=0;entryY=0.5;entryDx=0;entryDy=0;" target="fS4tGfcaEOzmnSixrjnE-55">
          <mxGeometry relative="1" as="geometry" />
        </mxCell>
        <mxCell id="fS4tGfcaEOzmnSixrjnE-118" edge="1" parent="1" source="fS4tGfcaEOzmnSixrjnE-34" style="edgeStyle=orthogonalEdgeStyle;rounded=0;orthogonalLoop=1;jettySize=auto;html=1;exitX=0;exitY=1;exitDx=0;exitDy=0;entryX=0;entryY=0.5;entryDx=0;entryDy=0;" target="fS4tGfcaEOzmnSixrjnE-116">
          <mxGeometry relative="1" as="geometry" />
        </mxCell>
        <mxCell id="fS4tGfcaEOzmnSixrjnE-34" parent="1" style="rounded=0;whiteSpace=wrap;html=1;" value="ALUNO" vertex="1">
          <mxGeometry height="60" width="120" x="15" y="4020" as="geometry" />
        </mxCell>
        <mxCell id="fS4tGfcaEOzmnSixrjnE-68" edge="1" parent="1" source="fS4tGfcaEOzmnSixrjnE-35" style="edgeStyle=orthogonalEdgeStyle;rounded=0;orthogonalLoop=1;jettySize=auto;html=1;exitX=0;exitY=0;exitDx=0;exitDy=0;entryX=0;entryY=0.5;entryDx=0;entryDy=0;" target="fS4tGfcaEOzmnSixrjnE-66">
          <mxGeometry relative="1" as="geometry" />
        </mxCell>
        <mxCell id="fS4tGfcaEOzmnSixrjnE-69" edge="1" parent="1" source="fS4tGfcaEOzmnSixrjnE-35" style="edgeStyle=orthogonalEdgeStyle;rounded=0;orthogonalLoop=1;jettySize=auto;html=1;exitX=0;exitY=0;exitDx=0;exitDy=0;entryX=0;entryY=0.5;entryDx=0;entryDy=0;" target="fS4tGfcaEOzmnSixrjnE-63">
          <mxGeometry relative="1" as="geometry" />
        </mxCell>
        <mxCell id="fS4tGfcaEOzmnSixrjnE-35" parent="1" style="rounded=0;whiteSpace=wrap;html=1;" value="PROFESSOR" vertex="1">
          <mxGeometry height="60" width="120" y="3820" as="geometry" />
        </mxCell>
        <mxCell id="fS4tGfcaEOzmnSixrjnE-47" edge="1" parent="1" source="fS4tGfcaEOzmnSixrjnE-36" style="edgeStyle=orthogonalEdgeStyle;rounded=0;orthogonalLoop=1;jettySize=auto;html=1;exitX=0;exitY=0;exitDx=0;exitDy=0;entryX=0;entryY=0.5;entryDx=0;entryDy=0;" target="fS4tGfcaEOzmnSixrjnE-44">
          <mxGeometry relative="1" as="geometry" />
        </mxCell>
        <mxCell id="fS4tGfcaEOzmnSixrjnE-48" edge="1" parent="1" source="fS4tGfcaEOzmnSixrjnE-36" style="edgeStyle=orthogonalEdgeStyle;rounded=0;orthogonalLoop=1;jettySize=auto;html=1;exitX=0;exitY=0;exitDx=0;exitDy=0;entryX=0;entryY=0.5;entryDx=0;entryDy=0;" target="fS4tGfcaEOzmnSixrjnE-45">
          <mxGeometry relative="1" as="geometry" />
        </mxCell>
        <mxCell id="fS4tGfcaEOzmnSixrjnE-49" edge="1" parent="1" source="fS4tGfcaEOzmnSixrjnE-36" style="edgeStyle=orthogonalEdgeStyle;rounded=0;orthogonalLoop=1;jettySize=auto;html=1;exitX=0;exitY=0;exitDx=0;exitDy=0;entryX=0;entryY=0.5;entryDx=0;entryDy=0;" target="fS4tGfcaEOzmnSixrjnE-46">
          <mxGeometry relative="1" as="geometry" />
        </mxCell>
        <mxCell id="fS4tGfcaEOzmnSixrjnE-36" parent="1" style="rounded=0;whiteSpace=wrap;html=1;" value="DICIPLINA" vertex="1">
          <mxGeometry height="60" width="120" x="512.5" y="3820" as="geometry" />
        </mxCell>
        <mxCell id="fS4tGfcaEOzmnSixrjnE-53" edge="1" parent="1" source="fS4tGfcaEOzmnSixrjnE-37" style="edgeStyle=orthogonalEdgeStyle;rounded=0;orthogonalLoop=1;jettySize=auto;html=1;exitX=0.25;exitY=1;exitDx=0;exitDy=0;entryX=0;entryY=0.5;entryDx=0;entryDy=0;" target="fS4tGfcaEOzmnSixrjnE-51">
          <mxGeometry relative="1" as="geometry" />
        </mxCell>
        <mxCell id="fS4tGfcaEOzmnSixrjnE-54" edge="1" parent="1" source="fS4tGfcaEOzmnSixrjnE-37" style="edgeStyle=orthogonalEdgeStyle;rounded=0;orthogonalLoop=1;jettySize=auto;html=1;exitX=0.25;exitY=1;exitDx=0;exitDy=0;entryX=0;entryY=0.5;entryDx=0;entryDy=0;" target="fS4tGfcaEOzmnSixrjnE-52">
          <mxGeometry relative="1" as="geometry" />
        </mxCell>
        <mxCell id="fS4tGfcaEOzmnSixrjnE-121" edge="1" parent="1" source="fS4tGfcaEOzmnSixrjnE-37" style="edgeStyle=orthogonalEdgeStyle;rounded=0;orthogonalLoop=1;jettySize=auto;html=1;exitX=0.25;exitY=1;exitDx=0;exitDy=0;entryX=0;entryY=0.5;entryDx=0;entryDy=0;" target="fS4tGfcaEOzmnSixrjnE-119">
          <mxGeometry relative="1" as="geometry" />
        </mxCell>
        <mxCell id="fS4tGfcaEOzmnSixrjnE-37" parent="1" style="rounded=0;whiteSpace=wrap;html=1;" value="TURMAS" vertex="1">
          <mxGeometry height="60" width="120" x="512.5" y="4020" as="geometry" />
        </mxCell>
        <mxCell id="fS4tGfcaEOzmnSixrjnE-42" edge="1" parent="1" style="endArrow=classic;startArrow=classic;html=1;rounded=0;" value="">
          <mxGeometry height="50" relative="1" width="50" as="geometry">
            <mxPoint x="572.5" y="3990" as="sourcePoint" />
            <mxPoint x="572.5" y="3890" as="targetPoint" />
          </mxGeometry>
        </mxCell>
        <mxCell id="fS4tGfcaEOzmnSixrjnE-43" parent="1" style="text;html=1;whiteSpace=wrap;strokeColor=none;fillColor=none;align=center;verticalAlign=middle;rounded=0;rotation=90;" value="N:1" vertex="1">
          <mxGeometry height="30" width="60" x="522.5" y="3920" as="geometry" />
        </mxCell>
        <mxCell id="fS4tGfcaEOzmnSixrjnE-44" parent="1" style="text;html=1;whiteSpace=wrap;strokeColor=none;fillColor=none;align=center;verticalAlign=middle;rounded=0;" value="ID DICIPLINA&amp;nbsp; &amp;nbsp; &amp;nbsp;" vertex="1">
          <mxGeometry height="30" width="110" x="550" y="3710" as="geometry" />
        </mxCell>
        <mxCell id="fS4tGfcaEOzmnSixrjnE-45" parent="1" style="text;html=1;whiteSpace=wrap;strokeColor=none;fillColor=none;align=center;verticalAlign=middle;rounded=0;" value="ID TURMA&amp;nbsp; &amp;nbsp; &amp;nbsp; &amp;nbsp; &amp;nbsp;&amp;nbsp;" vertex="1">
          <mxGeometry height="30" width="105" x="552.5" y="3740" as="geometry" />
        </mxCell>
        <mxCell id="fS4tGfcaEOzmnSixrjnE-46" parent="1" style="text;html=1;whiteSpace=wrap;strokeColor=none;fillColor=none;align=center;verticalAlign=middle;rounded=0;" value="ID PROFESSOR" vertex="1">
          <mxGeometry height="30" width="105" x="552.5" y="3770" as="geometry" />
        </mxCell>
        <mxCell id="fS4tGfcaEOzmnSixrjnE-51" parent="1" style="text;html=1;whiteSpace=wrap;strokeColor=none;fillColor=none;align=center;verticalAlign=middle;rounded=0;" value="ID TURMA" vertex="1">
          <mxGeometry height="30" width="97.5" x="581.25" y="4092" as="geometry" />
        </mxCell>
        <mxCell id="fS4tGfcaEOzmnSixrjnE-52" parent="1" style="text;html=1;whiteSpace=wrap;strokeColor=none;fillColor=none;align=center;verticalAlign=middle;rounded=0;" value="ID MATRICULA" vertex="1">
          <mxGeometry height="30" width="122.5" x="577.5" y="4122" as="geometry" />
        </mxCell>
        <mxCell id="fS4tGfcaEOzmnSixrjnE-55" parent="1" style="text;html=1;whiteSpace=wrap;strokeColor=none;fillColor=none;align=center;verticalAlign=middle;rounded=0;" value="NOME" vertex="1">
          <mxGeometry height="30" width="60" x="62.5" y="4140" as="geometry" />
        </mxCell>
        <mxCell id="fS4tGfcaEOzmnSixrjnE-56" parent="1" style="text;html=1;whiteSpace=wrap;strokeColor=none;fillColor=none;align=center;verticalAlign=middle;rounded=0;" value="IDADE" vertex="1">
          <mxGeometry height="30" width="60" x="60" y="4110" as="geometry" />
        </mxCell>
        <mxCell id="fS4tGfcaEOzmnSixrjnE-63" parent="1" style="text;html=1;whiteSpace=wrap;strokeColor=none;fillColor=none;align=center;verticalAlign=middle;rounded=0;" value="ID" vertex="1">
          <mxGeometry height="30" width="60" x="40" y="3720" as="geometry" />
        </mxCell>
        <mxCell id="fS4tGfcaEOzmnSixrjnE-66" parent="1" style="text;html=1;whiteSpace=wrap;strokeColor=none;fillColor=none;align=center;verticalAlign=middle;rounded=0;" value="NOME PROFESSOR" vertex="1">
          <mxGeometry height="30" width="100" x="40" y="3750" as="geometry" />
        </mxCell>
        <mxCell id="fS4tGfcaEOzmnSixrjnE-79" edge="1" parent="1" source="fS4tGfcaEOzmnSixrjnE-70" style="edgeStyle=orthogonalEdgeStyle;rounded=0;orthogonalLoop=1;jettySize=auto;html=1;exitX=1;exitY=1;exitDx=0;exitDy=0;entryX=1;entryY=0.5;entryDx=0;entryDy=0;" target="fS4tGfcaEOzmnSixrjnE-8">
          <mxGeometry relative="1" as="geometry" />
        </mxCell>
        <mxCell id="fS4tGfcaEOzmnSixrjnE-80" edge="1" parent="1" source="fS4tGfcaEOzmnSixrjnE-70" style="edgeStyle=orthogonalEdgeStyle;rounded=0;orthogonalLoop=1;jettySize=auto;html=1;exitX=1;exitY=1;exitDx=0;exitDy=0;entryX=1;entryY=0.5;entryDx=0;entryDy=0;" target="fS4tGfcaEOzmnSixrjnE-74">
          <mxGeometry relative="1" as="geometry" />
        </mxCell>
        <mxCell id="fS4tGfcaEOzmnSixrjnE-88" edge="1" parent="1" source="fS4tGfcaEOzmnSixrjnE-70" style="edgeStyle=orthogonalEdgeStyle;rounded=0;orthogonalLoop=1;jettySize=auto;html=1;exitX=1;exitY=1;exitDx=0;exitDy=0;entryX=1;entryY=0.5;entryDx=0;entryDy=0;" target="fS4tGfcaEOzmnSixrjnE-87">
          <mxGeometry relative="1" as="geometry" />
        </mxCell>
        <mxCell id="fS4tGfcaEOzmnSixrjnE-70" parent="1" style="rounded=0;whiteSpace=wrap;html=1;" value="ITEM PEDIDO" vertex="1">
          <mxGeometry height="60" width="120" x="600" y="2410" as="geometry" />
        </mxCell>
        <mxCell id="fS4tGfcaEOzmnSixrjnE-73" edge="1" parent="1" style="endArrow=classic;startArrow=classic;html=1;rounded=0;" value="">
          <mxGeometry height="50" relative="1" width="50" as="geometry">
            <mxPoint x="660" y="2400" as="sourcePoint" />
            <mxPoint x="660" y="2110" as="targetPoint" />
          </mxGeometry>
        </mxCell>
        <mxCell id="fS4tGfcaEOzmnSixrjnE-74" parent="1" style="text;html=1;whiteSpace=wrap;strokeColor=none;fillColor=none;align=center;verticalAlign=middle;rounded=0;" value="ID PIZZA" vertex="1">
          <mxGeometry height="30" width="60" x="620" y="2520" as="geometry" />
        </mxCell>
        <mxCell id="fS4tGfcaEOzmnSixrjnE-81" parent="1" style="text;html=1;whiteSpace=wrap;strokeColor=none;fillColor=none;align=center;verticalAlign=middle;rounded=0;rotation=90;" value="1:N" vertex="1">
          <mxGeometry height="30" width="60" x="660" y="2230" as="geometry" />
        </mxCell>
        <mxCell id="fS4tGfcaEOzmnSixrjnE-82" parent="1" style="text;html=1;whiteSpace=wrap;strokeColor=none;fillColor=none;align=center;verticalAlign=middle;rounded=0;" value="1:N" vertex="1">
          <mxGeometry height="30" width="60" x="490" y="2400" as="geometry" />
        </mxCell>
        <mxCell id="fS4tGfcaEOzmnSixrjnE-84" parent="1" style="text;html=1;whiteSpace=wrap;strokeColor=none;fillColor=none;align=center;verticalAlign=middle;rounded=0;" value="NOME" vertex="1">
          <mxGeometry height="30" width="60" x="200" y="1960" as="geometry" />
        </mxCell>
        <mxCell id="fS4tGfcaEOzmnSixrjnE-87" parent="1" style="text;html=1;whiteSpace=wrap;strokeColor=none;fillColor=none;align=center;verticalAlign=middle;rounded=0;" value="ID PEDIDO" vertex="1">
          <mxGeometry height="30" width="60" x="620" y="2550" as="geometry" />
        </mxCell>
        <mxCell id="fS4tGfcaEOzmnSixrjnE-99" edge="1" parent="1" source="fS4tGfcaEOzmnSixrjnE-89" style="edgeStyle=orthogonalEdgeStyle;rounded=0;orthogonalLoop=1;jettySize=auto;html=1;exitX=0.25;exitY=1;exitDx=0;exitDy=0;entryX=0;entryY=0.75;entryDx=0;entryDy=0;" target="fS4tGfcaEOzmnSixrjnE-94">
          <mxGeometry relative="1" as="geometry" />
        </mxCell>
        <mxCell id="fS4tGfcaEOzmnSixrjnE-100" edge="1" parent="1" source="fS4tGfcaEOzmnSixrjnE-89" style="edgeStyle=orthogonalEdgeStyle;rounded=0;orthogonalLoop=1;jettySize=auto;html=1;exitX=0.25;exitY=1;exitDx=0;exitDy=0;entryX=0;entryY=0.5;entryDx=0;entryDy=0;" target="fS4tGfcaEOzmnSixrjnE-92">
          <mxGeometry relative="1" as="geometry" />
        </mxCell>
        <mxCell id="fS4tGfcaEOzmnSixrjnE-101" edge="1" parent="1" source="fS4tGfcaEOzmnSixrjnE-89" style="edgeStyle=orthogonalEdgeStyle;rounded=0;orthogonalLoop=1;jettySize=auto;html=1;exitX=0.25;exitY=1;exitDx=0;exitDy=0;entryX=0;entryY=0.5;entryDx=0;entryDy=0;" target="fS4tGfcaEOzmnSixrjnE-93">
          <mxGeometry relative="1" as="geometry" />
        </mxCell>
        <mxCell id="fS4tGfcaEOzmnSixrjnE-89" parent="1" style="rounded=1;whiteSpace=wrap;html=1;" value="FILMES LOCAÇÃO" vertex="1">
          <mxGeometry height="60" width="120" x="595" y="3270" as="geometry" />
        </mxCell>
        <mxCell id="fS4tGfcaEOzmnSixrjnE-91" parent="1" style="text;html=1;whiteSpace=wrap;strokeColor=none;fillColor=none;align=center;verticalAlign=middle;rounded=0;" value="1:N" vertex="1">
          <mxGeometry height="30" width="60" x="500" y="3260" as="geometry" />
        </mxCell>
        <mxCell id="fS4tGfcaEOzmnSixrjnE-92" parent="1" style="text;html=1;whiteSpace=wrap;strokeColor=none;fillColor=none;align=center;verticalAlign=middle;rounded=0;" value="ID FILME" vertex="1">
          <mxGeometry height="30" width="75" x="655" y="3410" as="geometry" />
        </mxCell>
        <mxCell id="fS4tGfcaEOzmnSixrjnE-93" parent="1" style="text;html=1;whiteSpace=wrap;strokeColor=none;fillColor=none;align=center;verticalAlign=middle;rounded=0;" value="ID LOCAÇÃO" vertex="1">
          <mxGeometry height="30" width="95" x="655" y="3450" as="geometry" />
        </mxCell>
        <mxCell id="fS4tGfcaEOzmnSixrjnE-94" parent="1" style="text;html=1;whiteSpace=wrap;strokeColor=none;fillColor=none;align=center;verticalAlign=middle;rounded=0;" value="ID FILME PEDIDO" vertex="1">
          <mxGeometry height="30" width="130" x="650" y="3360" as="geometry" />
        </mxCell>
        <mxCell id="fS4tGfcaEOzmnSixrjnE-114" edge="1" parent="1" source="fS4tGfcaEOzmnSixrjnE-102" style="edgeStyle=orthogonalEdgeStyle;rounded=0;orthogonalLoop=1;jettySize=auto;html=1;">
          <mxGeometry relative="1" as="geometry">
            <mxPoint x="420" y="90" as="targetPoint" />
          </mxGeometry>
        </mxCell>
        <mxCell id="fS4tGfcaEOzmnSixrjnE-102" parent="1" style="text;html=1;whiteSpace=wrap;strokeColor=none;fillColor=none;align=center;verticalAlign=middle;rounded=0;" value="EXERCICIO 1&lt;div&gt;ACADEMIA&lt;/div&gt;" vertex="1">
          <mxGeometry height="30" width="150" x="40" y="30" as="geometry" />
        </mxCell>
        <mxCell id="fS4tGfcaEOzmnSixrjnE-115" edge="1" parent="1" source="fS4tGfcaEOzmnSixrjnE-103" style="edgeStyle=orthogonalEdgeStyle;rounded=0;orthogonalLoop=1;jettySize=auto;html=1;">
          <mxGeometry relative="1" as="geometry">
            <mxPoint x="410" y="580" as="targetPoint" />
          </mxGeometry>
        </mxCell>
        <mxCell id="fS4tGfcaEOzmnSixrjnE-103" parent="1" style="text;html=1;whiteSpace=wrap;strokeColor=none;fillColor=none;align=center;verticalAlign=middle;rounded=0;" value="EXERCICIO 2&lt;div&gt;CLINICA&lt;/div&gt;" vertex="1">
          <mxGeometry height="30" width="140" x="10" y="510" as="geometry" />
        </mxCell>
        <mxCell id="fS4tGfcaEOzmnSixrjnE-113" edge="1" parent="1" source="fS4tGfcaEOzmnSixrjnE-104" style="edgeStyle=orthogonalEdgeStyle;rounded=0;orthogonalLoop=1;jettySize=auto;html=1;">
          <mxGeometry relative="1" as="geometry">
            <mxPoint x="410" y="1230" as="targetPoint" />
          </mxGeometry>
        </mxCell>
        <mxCell id="fS4tGfcaEOzmnSixrjnE-104" parent="1" style="text;html=1;whiteSpace=wrap;strokeColor=none;fillColor=none;align=center;verticalAlign=middle;rounded=0;" value="EXERCICIO 3&amp;nbsp;&lt;div&gt;BIBLIOTECA&lt;/div&gt;" vertex="1">
          <mxGeometry height="30" width="130" x="15" y="1180" as="geometry" />
        </mxCell>
        <mxCell id="fS4tGfcaEOzmnSixrjnE-112" edge="1" parent="1" source="fS4tGfcaEOzmnSixrjnE-105" style="edgeStyle=orthogonalEdgeStyle;rounded=0;orthogonalLoop=1;jettySize=auto;html=1;">
          <mxGeometry relative="1" as="geometry">
            <mxPoint x="440" y="1900" as="targetPoint" />
          </mxGeometry>
        </mxCell>
        <mxCell id="fS4tGfcaEOzmnSixrjnE-105" parent="1" style="text;html=1;whiteSpace=wrap;strokeColor=none;fillColor=none;align=center;verticalAlign=middle;rounded=0;" value="EXERCICIO 4&lt;div&gt;PIZZARIA&lt;/div&gt;" vertex="1">
          <mxGeometry height="30" width="160" x="-5" y="1850" as="geometry" />
        </mxCell>
        <mxCell id="fS4tGfcaEOzmnSixrjnE-111" edge="1" parent="1" source="fS4tGfcaEOzmnSixrjnE-106" style="edgeStyle=orthogonalEdgeStyle;rounded=0;orthogonalLoop=1;jettySize=auto;html=1;exitX=1;exitY=0.5;exitDx=0;exitDy=0;">
          <mxGeometry relative="1" as="geometry">
            <mxPoint x="430" y="2820" as="targetPoint" />
          </mxGeometry>
        </mxCell>
        <mxCell id="fS4tGfcaEOzmnSixrjnE-106" parent="1" style="text;html=1;whiteSpace=wrap;strokeColor=none;fillColor=none;align=center;verticalAlign=middle;rounded=0;" value="EXERCICIO 5&amp;nbsp;&lt;div&gt;LOCADORA&lt;/div&gt;" vertex="1">
          <mxGeometry height="30" width="120" x="20" y="2760" as="geometry" />
        </mxCell>
        <mxCell id="fS4tGfcaEOzmnSixrjnE-110" edge="1" parent="1" source="fS4tGfcaEOzmnSixrjnE-109" style="edgeStyle=orthogonalEdgeStyle;rounded=0;orthogonalLoop=1;jettySize=auto;html=1;">
          <mxGeometry relative="1" as="geometry">
            <mxPoint x="420" y="3690" as="targetPoint" />
          </mxGeometry>
        </mxCell>
        <mxCell id="fS4tGfcaEOzmnSixrjnE-109" parent="1" style="text;html=1;whiteSpace=wrap;strokeColor=none;fillColor=none;align=center;verticalAlign=middle;rounded=0;" value="EXERCICIO 6&lt;div&gt;ESCOLA&lt;/div&gt;" vertex="1">
          <mxGeometry height="50" width="100" x="20" y="3620" as="geometry" />
        </mxCell>
        <mxCell id="fS4tGfcaEOzmnSixrjnE-116" parent="1" style="text;html=1;whiteSpace=wrap;strokeColor=none;fillColor=none;align=center;verticalAlign=middle;rounded=0;" value="ID ALUNO" vertex="1">
          <mxGeometry height="30" width="77.5" x="62.5" y="4170" as="geometry" />
        </mxCell>
        <mxCell id="fS4tGfcaEOzmnSixrjnE-119" parent="1" style="text;html=1;whiteSpace=wrap;strokeColor=none;fillColor=none;align=center;verticalAlign=middle;rounded=0;" value="ID DICIPLINA" vertex="1">
          <mxGeometry height="30" width="110" x="577.5" y="4150" as="geometry" />
        </mxCell>
        <mxCell id="fS4tGfcaEOzmnSixrjnE-129" edge="1" parent="1" source="fS4tGfcaEOzmnSixrjnE-124" style="edgeStyle=orthogonalEdgeStyle;rounded=0;orthogonalLoop=1;jettySize=auto;html=1;exitX=0;exitY=1;exitDx=0;exitDy=0;entryX=0;entryY=0.5;entryDx=0;entryDy=0;" target="fS4tGfcaEOzmnSixrjnE-126">
          <mxGeometry relative="1" as="geometry" />
        </mxCell>
        <mxCell id="fS4tGfcaEOzmnSixrjnE-130" edge="1" parent="1" source="fS4tGfcaEOzmnSixrjnE-124" style="edgeStyle=orthogonalEdgeStyle;rounded=0;orthogonalLoop=1;jettySize=auto;html=1;exitX=0;exitY=1;exitDx=0;exitDy=0;entryX=0;entryY=0.5;entryDx=0;entryDy=0;" target="fS4tGfcaEOzmnSixrjnE-127">
          <mxGeometry relative="1" as="geometry" />
        </mxCell>
        <mxCell id="fS4tGfcaEOzmnSixrjnE-131" edge="1" parent="1" source="fS4tGfcaEOzmnSixrjnE-124" style="edgeStyle=orthogonalEdgeStyle;rounded=0;orthogonalLoop=1;jettySize=auto;html=1;exitX=0;exitY=1;exitDx=0;exitDy=0;entryX=0;entryY=0.5;entryDx=0;entryDy=0;" target="fS4tGfcaEOzmnSixrjnE-128">
          <mxGeometry relative="1" as="geometry" />
        </mxCell>
        <mxCell id="fS4tGfcaEOzmnSixrjnE-124" parent="1" style="rounded=0;whiteSpace=wrap;html=1;" value="MATRICULA" vertex="1">
          <mxGeometry height="60" width="120" x="270" y="4020" as="geometry" />
        </mxCell>
        <mxCell id="fS4tGfcaEOzmnSixrjnE-126" parent="1" style="text;html=1;whiteSpace=wrap;strokeColor=none;fillColor=none;align=center;verticalAlign=middle;rounded=0;" value="ID MATRICULA" vertex="1">
          <mxGeometry height="30" width="100" x="310" y="4100" as="geometry" />
        </mxCell>
        <mxCell id="fS4tGfcaEOzmnSixrjnE-127" parent="1" style="text;html=1;whiteSpace=wrap;strokeColor=none;fillColor=none;align=center;verticalAlign=middle;rounded=0;" value="ID ALUNO" vertex="1">
          <mxGeometry height="30" width="60" x="310" y="4140" as="geometry" />
        </mxCell>
        <mxCell id="fS4tGfcaEOzmnSixrjnE-128" parent="1" style="text;html=1;whiteSpace=wrap;strokeColor=none;fillColor=none;align=center;verticalAlign=middle;rounded=0;" value="ID TURMAS" vertex="1">
          <mxGeometry height="30" width="90" x="300" y="4180" as="geometry" />
        </mxCell>
        <mxCell id="fS4tGfcaEOzmnSixrjnE-133" edge="1" parent="1" source="fS4tGfcaEOzmnSixrjnE-34" style="endArrow=classic;startArrow=classic;html=1;rounded=0;exitX=1;exitY=0.5;exitDx=0;exitDy=0;entryX=0;entryY=0.5;entryDx=0;entryDy=0;" target="fS4tGfcaEOzmnSixrjnE-124" value="">
          <mxGeometry height="50" relative="1" width="50" as="geometry">
            <mxPoint x="440" y="4010" as="sourcePoint" />
            <mxPoint x="490" y="3960" as="targetPoint" />
          </mxGeometry>
        </mxCell>
        <mxCell id="fS4tGfcaEOzmnSixrjnE-134" parent="1" style="text;html=1;whiteSpace=wrap;strokeColor=none;fillColor=none;align=center;verticalAlign=middle;rounded=0;" value="1:N" vertex="1">
          <mxGeometry height="30" width="60" x="170" y="4000" as="geometry" />
        </mxCell>
        <mxCell id="fS4tGfcaEOzmnSixrjnE-135" edge="1" parent="1" source="fS4tGfcaEOzmnSixrjnE-124" style="endArrow=classic;startArrow=classic;html=1;rounded=0;exitX=1;exitY=0.5;exitDx=0;exitDy=0;entryX=0;entryY=0.5;entryDx=0;entryDy=0;" target="fS4tGfcaEOzmnSixrjnE-37" value="">
          <mxGeometry height="50" relative="1" width="50" as="geometry">
            <mxPoint x="440" y="4010" as="sourcePoint" />
            <mxPoint x="490" y="3960" as="targetPoint" />
          </mxGeometry>
        </mxCell>
        <mxCell id="fS4tGfcaEOzmnSixrjnE-136" parent="1" style="text;html=1;whiteSpace=wrap;strokeColor=none;fillColor=none;align=center;verticalAlign=middle;rounded=0;" value="N:1" vertex="1">
          <mxGeometry height="30" width="60" x="420" y="4000" as="geometry" />
        </mxCell>
        <mxCell id="fS4tGfcaEOzmnSixrjnE-137" edge="1" parent="1" source="fS4tGfcaEOzmnSixrjnE-140" style="edgeStyle=orthogonalEdgeStyle;rounded=0;orthogonalLoop=1;jettySize=auto;html=1;exitX=0;exitY=0;exitDx=0;exitDy=0;entryX=0;entryY=0.5;entryDx=0;entryDy=0;" target="fS4tGfcaEOzmnSixrjnE-141">
          <mxGeometry relative="1" as="geometry" />
        </mxCell>
        <mxCell id="fS4tGfcaEOzmnSixrjnE-138" edge="1" parent="1" source="fS4tGfcaEOzmnSixrjnE-140" style="edgeStyle=orthogonalEdgeStyle;rounded=0;orthogonalLoop=1;jettySize=auto;html=1;exitX=0;exitY=0;exitDx=0;exitDy=0;entryX=0;entryY=0.5;entryDx=0;entryDy=0;" target="fS4tGfcaEOzmnSixrjnE-142">
          <mxGeometry relative="1" as="geometry" />
        </mxCell>
        <mxCell id="fS4tGfcaEOzmnSixrjnE-139" edge="1" parent="1" source="fS4tGfcaEOzmnSixrjnE-140" style="edgeStyle=orthogonalEdgeStyle;rounded=0;orthogonalLoop=1;jettySize=auto;html=1;exitX=0;exitY=0;exitDx=0;exitDy=0;entryX=0;entryY=0.5;entryDx=0;entryDy=0;" target="fS4tGfcaEOzmnSixrjnE-143">
          <mxGeometry relative="1" as="geometry" />
        </mxCell>
        <mxCell id="fS4tGfcaEOzmnSixrjnE-140" parent="1" style="rounded=0;whiteSpace=wrap;html=1;" value="AULA" vertex="1">
          <mxGeometry height="60" width="120" x="262.5" y="3820" as="geometry" />
        </mxCell>
        <mxCell id="fS4tGfcaEOzmnSixrjnE-141" parent="1" style="text;html=1;whiteSpace=wrap;strokeColor=none;fillColor=none;align=center;verticalAlign=middle;rounded=0;" value="ID AULA" vertex="1">
          <mxGeometry height="30" width="110" x="300" y="3710" as="geometry" />
        </mxCell>
        <mxCell id="fS4tGfcaEOzmnSixrjnE-142" parent="1" style="text;html=1;whiteSpace=wrap;strokeColor=none;fillColor=none;align=center;verticalAlign=middle;rounded=0;" value="ID DICIPLINA" vertex="1">
          <mxGeometry height="30" width="127.5" x="302.5" y="3740" as="geometry" />
        </mxCell>
        <mxCell id="fS4tGfcaEOzmnSixrjnE-143" parent="1" style="text;html=1;whiteSpace=wrap;strokeColor=none;fillColor=none;align=center;verticalAlign=middle;rounded=0;" value="ID PROFESSOR" vertex="1">
          <mxGeometry height="30" width="147.5" x="302.5" y="3770" as="geometry" />
        </mxCell>
        <mxCell id="fS4tGfcaEOzmnSixrjnE-144" edge="1" parent="1" source="fS4tGfcaEOzmnSixrjnE-140" style="endArrow=classic;startArrow=classic;html=1;rounded=0;exitX=1;exitY=0.5;exitDx=0;exitDy=0;entryX=0;entryY=0.5;entryDx=0;entryDy=0;" target="fS4tGfcaEOzmnSixrjnE-36" value="">
          <mxGeometry height="50" relative="1" width="50" as="geometry">
            <mxPoint x="440" y="3880" as="sourcePoint" />
            <mxPoint x="490" y="3830" as="targetPoint" />
          </mxGeometry>
        </mxCell>
        <mxCell id="fS4tGfcaEOzmnSixrjnE-145" edge="1" parent="1" source="fS4tGfcaEOzmnSixrjnE-35" style="endArrow=classic;startArrow=classic;html=1;rounded=0;exitX=1;exitY=0.5;exitDx=0;exitDy=0;entryX=0;entryY=0.5;entryDx=0;entryDy=0;" target="fS4tGfcaEOzmnSixrjnE-140" value="">
          <mxGeometry height="50" relative="1" width="50" as="geometry">
            <mxPoint x="440" y="3880" as="sourcePoint" />
            <mxPoint x="490" y="3830" as="targetPoint" />
          </mxGeometry>
        </mxCell>
        <mxCell id="fS4tGfcaEOzmnSixrjnE-146" parent="1" style="text;html=1;whiteSpace=wrap;strokeColor=none;fillColor=none;align=center;verticalAlign=middle;rounded=0;" value="1:N" vertex="1">
          <mxGeometry height="30" width="60" x="160" y="3810" as="geometry" />
        </mxCell>
        <mxCell id="fS4tGfcaEOzmnSixrjnE-147" parent="1" style="text;html=1;whiteSpace=wrap;strokeColor=none;fillColor=none;align=center;verticalAlign=middle;rounded=0;" value="N:1" vertex="1">
          <mxGeometry height="30" width="60" x="420" y="3800" as="geometry" />
        </mxCell>
+         <mxCell id="KpjVkmpAuLfcE-0Be3oV-1" edge="1" parent="1" style="endArrow=none;html=1;rounded=0;" value="">
+           <mxGeometry height="50" relative="1" width="50" as="geometry">
+             <mxPoint x="-60" y="4270" as="sourcePoint" />
+             <mxPoint x="990" y="4270" as="targetPoint" />
+           </mxGeometry>
+         </mxCell>
+         <mxCell id="KpjVkmpAuLfcE-0Be3oV-2" edge="1" parent="1" style="endArrow=none;html=1;rounded=0;" value="">
+           <mxGeometry height="50" relative="1" width="50" as="geometry">
+             <mxPoint x="-60" y="3510" as="sourcePoint" />
+             <mxPoint x="990" y="3510" as="targetPoint" />
+           </mxGeometry>
+         </mxCell>
+         <mxCell id="KpjVkmpAuLfcE-0Be3oV-3" edge="1" parent="1" style="endArrow=none;html=1;rounded=0;" value="">
+           <mxGeometry height="50" relative="1" width="50" as="geometry">
+             <mxPoint x="-60" y="2660" as="sourcePoint" />
+             <mxPoint x="1000" y="2660" as="targetPoint" />
+           </mxGeometry>
+         </mxCell>
+         <mxCell id="KpjVkmpAuLfcE-0Be3oV-4" edge="1" parent="1" style="endArrow=none;html=1;rounded=0;" value="">
+           <mxGeometry height="50" relative="1" width="50" as="geometry">
+             <mxPoint x="30" y="1720" as="sourcePoint" />
+             <mxPoint x="1000" y="1720" as="targetPoint" />
+           </mxGeometry>
+         </mxCell>
+         <mxCell id="KpjVkmpAuLfcE-0Be3oV-5" edge="1" parent="1" style="endArrow=none;html=1;rounded=0;" value="">
+           <mxGeometry height="50" relative="1" width="50" as="geometry">
+             <mxPoint x="30" y="1090" as="sourcePoint" />
+             <mxPoint x="990" y="1090" as="targetPoint" />
+           </mxGeometry>
+         </mxCell>
+         <mxCell id="KpjVkmpAuLfcE-0Be3oV-6" edge="1" parent="1" style="endArrow=none;html=1;rounded=0;" value="">
+           <mxGeometry height="50" relative="1" width="50" as="geometry">
+             <mxPoint x="30" y="430" as="sourcePoint" />
+             <mxPoint x="990" y="430" as="targetPoint" />
+           </mxGeometry>
+         </mxCell>
+         <mxCell id="KpjVkmpAuLfcE-0Be3oV-7" parent="1" style="text;html=1;whiteSpace=wrap;strokeColor=none;fillColor=none;align=center;verticalAlign=middle;rounded=0;" value="HOTEL" vertex="1">
+           <mxGeometry height="30" width="140" x="10" y="4290" as="geometry" />
+         </mxCell>
+         <mxCell id="KpjVkmpAuLfcE-0Be3oV-12" edge="1" parent="1" source="KpjVkmpAuLfcE-0Be3oV-8" style="edgeStyle=orthogonalEdgeStyle;rounded=0;orthogonalLoop=1;jettySize=auto;html=1;exitX=0.5;exitY=1;exitDx=0;exitDy=0;entryX=0;entryY=0.5;entryDx=0;entryDy=0;" target="KpjVkmpAuLfcE-0Be3oV-9">
+           <mxGeometry relative="1" as="geometry" />
+         </mxCell>
+         <mxCell id="KpjVkmpAuLfcE-0Be3oV-28" edge="1" parent="1" source="KpjVkmpAuLfcE-0Be3oV-8" style="edgeStyle=orthogonalEdgeStyle;rounded=0;orthogonalLoop=1;jettySize=auto;html=1;exitX=0;exitY=0;exitDx=0;exitDy=0;entryX=0;entryY=0.25;entryDx=0;entryDy=0;" target="KpjVkmpAuLfcE-0Be3oV-22">
+           <mxGeometry relative="1" as="geometry" />
+         </mxCell>
+         <mxCell id="KpjVkmpAuLfcE-0Be3oV-29" edge="1" parent="1" source="KpjVkmpAuLfcE-0Be3oV-8" style="edgeStyle=orthogonalEdgeStyle;rounded=0;orthogonalLoop=1;jettySize=auto;html=1;exitX=0;exitY=0;exitDx=0;exitDy=0;entryX=0;entryY=0.5;entryDx=0;entryDy=0;" target="KpjVkmpAuLfcE-0Be3oV-23">
+           <mxGeometry relative="1" as="geometry" />
+         </mxCell>
+         <mxCell id="KpjVkmpAuLfcE-0Be3oV-30" edge="1" parent="1" source="KpjVkmpAuLfcE-0Be3oV-8" style="edgeStyle=orthogonalEdgeStyle;rounded=0;orthogonalLoop=1;jettySize=auto;html=1;exitX=0;exitY=0;exitDx=0;exitDy=0;entryX=0;entryY=0.5;entryDx=0;entryDy=0;" target="KpjVkmpAuLfcE-0Be3oV-24">
+           <mxGeometry relative="1" as="geometry" />
+         </mxCell>
+         <mxCell id="KpjVkmpAuLfcE-0Be3oV-34" edge="1" parent="1" source="KpjVkmpAuLfcE-0Be3oV-8" style="edgeStyle=orthogonalEdgeStyle;rounded=0;orthogonalLoop=1;jettySize=auto;html=1;exitX=0;exitY=0;exitDx=0;exitDy=0;entryX=0;entryY=0.5;entryDx=0;entryDy=0;" target="KpjVkmpAuLfcE-0Be3oV-26">
+           <mxGeometry relative="1" as="geometry" />
+         </mxCell>
+         <mxCell id="KpjVkmpAuLfcE-0Be3oV-8" parent="1" style="rounded=0;whiteSpace=wrap;html=1;" value="CLIENTE" vertex="1">
+           <mxGeometry height="60" width="120" x="75" y="4550" as="geometry" />
+         </mxCell>
+         <mxCell id="KpjVkmpAuLfcE-0Be3oV-14" edge="1" parent="1" source="KpjVkmpAuLfcE-0Be3oV-9" style="edgeStyle=orthogonalEdgeStyle;rounded=0;orthogonalLoop=1;jettySize=auto;html=1;exitX=1;exitY=0.5;exitDx=0;exitDy=0;entryX=0.677;entryY=1.011;entryDx=0;entryDy=0;entryPerimeter=0;" target="KpjVkmpAuLfcE-0Be3oV-10">
+           <mxGeometry relative="1" as="geometry">
+             <mxPoint x="730" y="5030" as="targetPoint" />
+           </mxGeometry>
+         </mxCell>
+         <mxCell id="KpjVkmpAuLfcE-0Be3oV-36" edge="1" parent="1" source="KpjVkmpAuLfcE-0Be3oV-9" style="edgeStyle=orthogonalEdgeStyle;rounded=0;orthogonalLoop=1;jettySize=auto;html=1;exitX=0;exitY=0;exitDx=0;exitDy=0;entryX=0;entryY=0.5;entryDx=0;entryDy=0;" target="KpjVkmpAuLfcE-0Be3oV-16">
+           <mxGeometry relative="1" as="geometry">
+             <mxPoint x="270" y="4670" as="targetPoint" />
+           </mxGeometry>
+         </mxCell>
+         <mxCell id="KpjVkmpAuLfcE-0Be3oV-37" edge="1" parent="1" source="KpjVkmpAuLfcE-0Be3oV-9" style="edgeStyle=orthogonalEdgeStyle;rounded=0;orthogonalLoop=1;jettySize=auto;html=1;exitX=0;exitY=0;exitDx=0;exitDy=0;entryX=0;entryY=0.5;entryDx=0;entryDy=0;" target="KpjVkmpAuLfcE-0Be3oV-17">
+           <mxGeometry relative="1" as="geometry" />
+         </mxCell>
+         <mxCell id="KpjVkmpAuLfcE-0Be3oV-39" edge="1" parent="1" source="KpjVkmpAuLfcE-0Be3oV-9" style="edgeStyle=orthogonalEdgeStyle;rounded=0;orthogonalLoop=1;jettySize=auto;html=1;exitX=0;exitY=0;exitDx=0;exitDy=0;entryX=0;entryY=0.5;entryDx=0;entryDy=0;" target="KpjVkmpAuLfcE-0Be3oV-38">
+           <mxGeometry relative="1" as="geometry" />
+         </mxCell>
+         <mxCell id="KpjVkmpAuLfcE-0Be3oV-9" parent="1" style="rounded=0;whiteSpace=wrap;html=1;" value="HOTEL_RESERVA" vertex="1">
+           <mxGeometry height="60" width="120" x="316.25" y="4820" as="geometry" />
+         </mxCell>
+         <mxCell id="KpjVkmpAuLfcE-0Be3oV-43" edge="1" parent="1" source="KpjVkmpAuLfcE-0Be3oV-10" style="edgeStyle=orthogonalEdgeStyle;rounded=0;orthogonalLoop=1;jettySize=auto;html=1;exitX=0;exitY=0;exitDx=0;exitDy=0;entryX=0;entryY=0.5;entryDx=0;entryDy=0;" target="KpjVkmpAuLfcE-0Be3oV-41">
+           <mxGeometry relative="1" as="geometry" />
+         </mxCell>
+         <mxCell id="KpjVkmpAuLfcE-0Be3oV-44" edge="1" parent="1" source="KpjVkmpAuLfcE-0Be3oV-10" style="edgeStyle=orthogonalEdgeStyle;rounded=0;orthogonalLoop=1;jettySize=auto;html=1;exitX=0;exitY=0;exitDx=0;exitDy=0;entryX=0;entryY=0.5;entryDx=0;entryDy=0;" target="KpjVkmpAuLfcE-0Be3oV-42">
+           <mxGeometry relative="1" as="geometry" />
+         </mxCell>
+         <mxCell id="KpjVkmpAuLfcE-0Be3oV-10" parent="1" style="rounded=0;whiteSpace=wrap;html=1;" value="QUARTO" vertex="1">
+           <mxGeometry height="60" width="120" x="730" y="4550" as="geometry" />
+         </mxCell>
+         <mxCell id="KpjVkmpAuLfcE-0Be3oV-13" parent="1" style="text;html=1;whiteSpace=wrap;strokeColor=none;fillColor=none;align=center;verticalAlign=middle;rounded=0;" value="1/N" vertex="1">
+           <mxGeometry height="30" width="60" x="175" y="4810" as="geometry" />
+         </mxCell>
+         <mxCell id="KpjVkmpAuLfcE-0Be3oV-16" parent="1" style="text;html=1;whiteSpace=wrap;strokeColor=none;fillColor=none;align=center;verticalAlign=middle;rounded=0;" value="ID HOTEL_RESERVA" vertex="1">
+           <mxGeometry height="30" width="144.37" x="375.63" y="4676" as="geometry" />
+         </mxCell>
+         <mxCell id="KpjVkmpAuLfcE-0Be3oV-17" parent="1" style="text;html=1;whiteSpace=wrap;strokeColor=none;fillColor=none;align=center;verticalAlign=middle;rounded=0;" value="ID CLIENTE." vertex="1">
+           <mxGeometry height="30" width="88.75" x="375.63" y="4700" as="geometry" />
+         </mxCell>
+         <mxCell id="KpjVkmpAuLfcE-0Be3oV-18" parent="1" style="text;html=1;whiteSpace=wrap;strokeColor=none;fillColor=none;align=center;verticalAlign=middle;rounded=0;" value="1:N" vertex="1">
+           <mxGeometry height="30" width="60" x="602.5" y="4820" as="geometry" />
+         </mxCell>
+         <mxCell id="KpjVkmpAuLfcE-0Be3oV-22" parent="1" style="text;html=1;whiteSpace=wrap;strokeColor=none;fillColor=none;align=center;verticalAlign=middle;rounded=0;" value="ID_CLIENTE." vertex="1">
+           <mxGeometry height="30" width="90" x="130" y="4380" as="geometry" />
+         </mxCell>
+         <mxCell id="KpjVkmpAuLfcE-0Be3oV-23" parent="1" style="text;html=1;whiteSpace=wrap;strokeColor=none;fillColor=none;align=center;verticalAlign=middle;rounded=0;" value="NOME_CLIENTE" vertex="1">
+           <mxGeometry height="30" width="100" x="130" y="4410" as="geometry" />
+         </mxCell>
+         <mxCell id="KpjVkmpAuLfcE-0Be3oV-24" parent="1" style="text;html=1;whiteSpace=wrap;strokeColor=none;fillColor=none;align=center;verticalAlign=middle;rounded=0;" value="DATA_NASCIMENTO" vertex="1">
+           <mxGeometry height="30" width="130" x="130" y="4440" as="geometry" />
+         </mxCell>
+         <mxCell id="KpjVkmpAuLfcE-0Be3oV-26" parent="1" style="text;html=1;whiteSpace=wrap;strokeColor=none;fillColor=none;align=center;verticalAlign=middle;rounded=0;" value="CPF" vertex="1">
+           <mxGeometry height="30" width="40" x="130" y="4470" as="geometry" />
+         </mxCell>
+         <mxCell id="KpjVkmpAuLfcE-0Be3oV-38" parent="1" style="text;html=1;whiteSpace=wrap;strokeColor=none;fillColor=none;align=center;verticalAlign=middle;rounded=0;" value="ID QUARTO&amp;nbsp;" vertex="1">
+           <mxGeometry height="30" width="90" x="374.38" y="4730" as="geometry" />
+         </mxCell>
+         <mxCell id="KpjVkmpAuLfcE-0Be3oV-41" parent="1" style="text;html=1;whiteSpace=wrap;strokeColor=none;fillColor=none;align=center;verticalAlign=middle;rounded=0;" value="ID QUARTO" vertex="1">
+           <mxGeometry height="30" width="90" x="750" y="4450" as="geometry" />
+         </mxCell>
+         <mxCell id="KpjVkmpAuLfcE-0Be3oV-42" parent="1" style="text;html=1;whiteSpace=wrap;strokeColor=none;fillColor=none;align=center;verticalAlign=middle;rounded=0;" value="ID HOTEL_RESERVA" vertex="1">
+           <mxGeometry height="30" width="140" x="750" y="4480" as="geometry" />
+         </mxCell>
      </root>
    </mxGraphModel>
  </diagram>
</mxfile>
